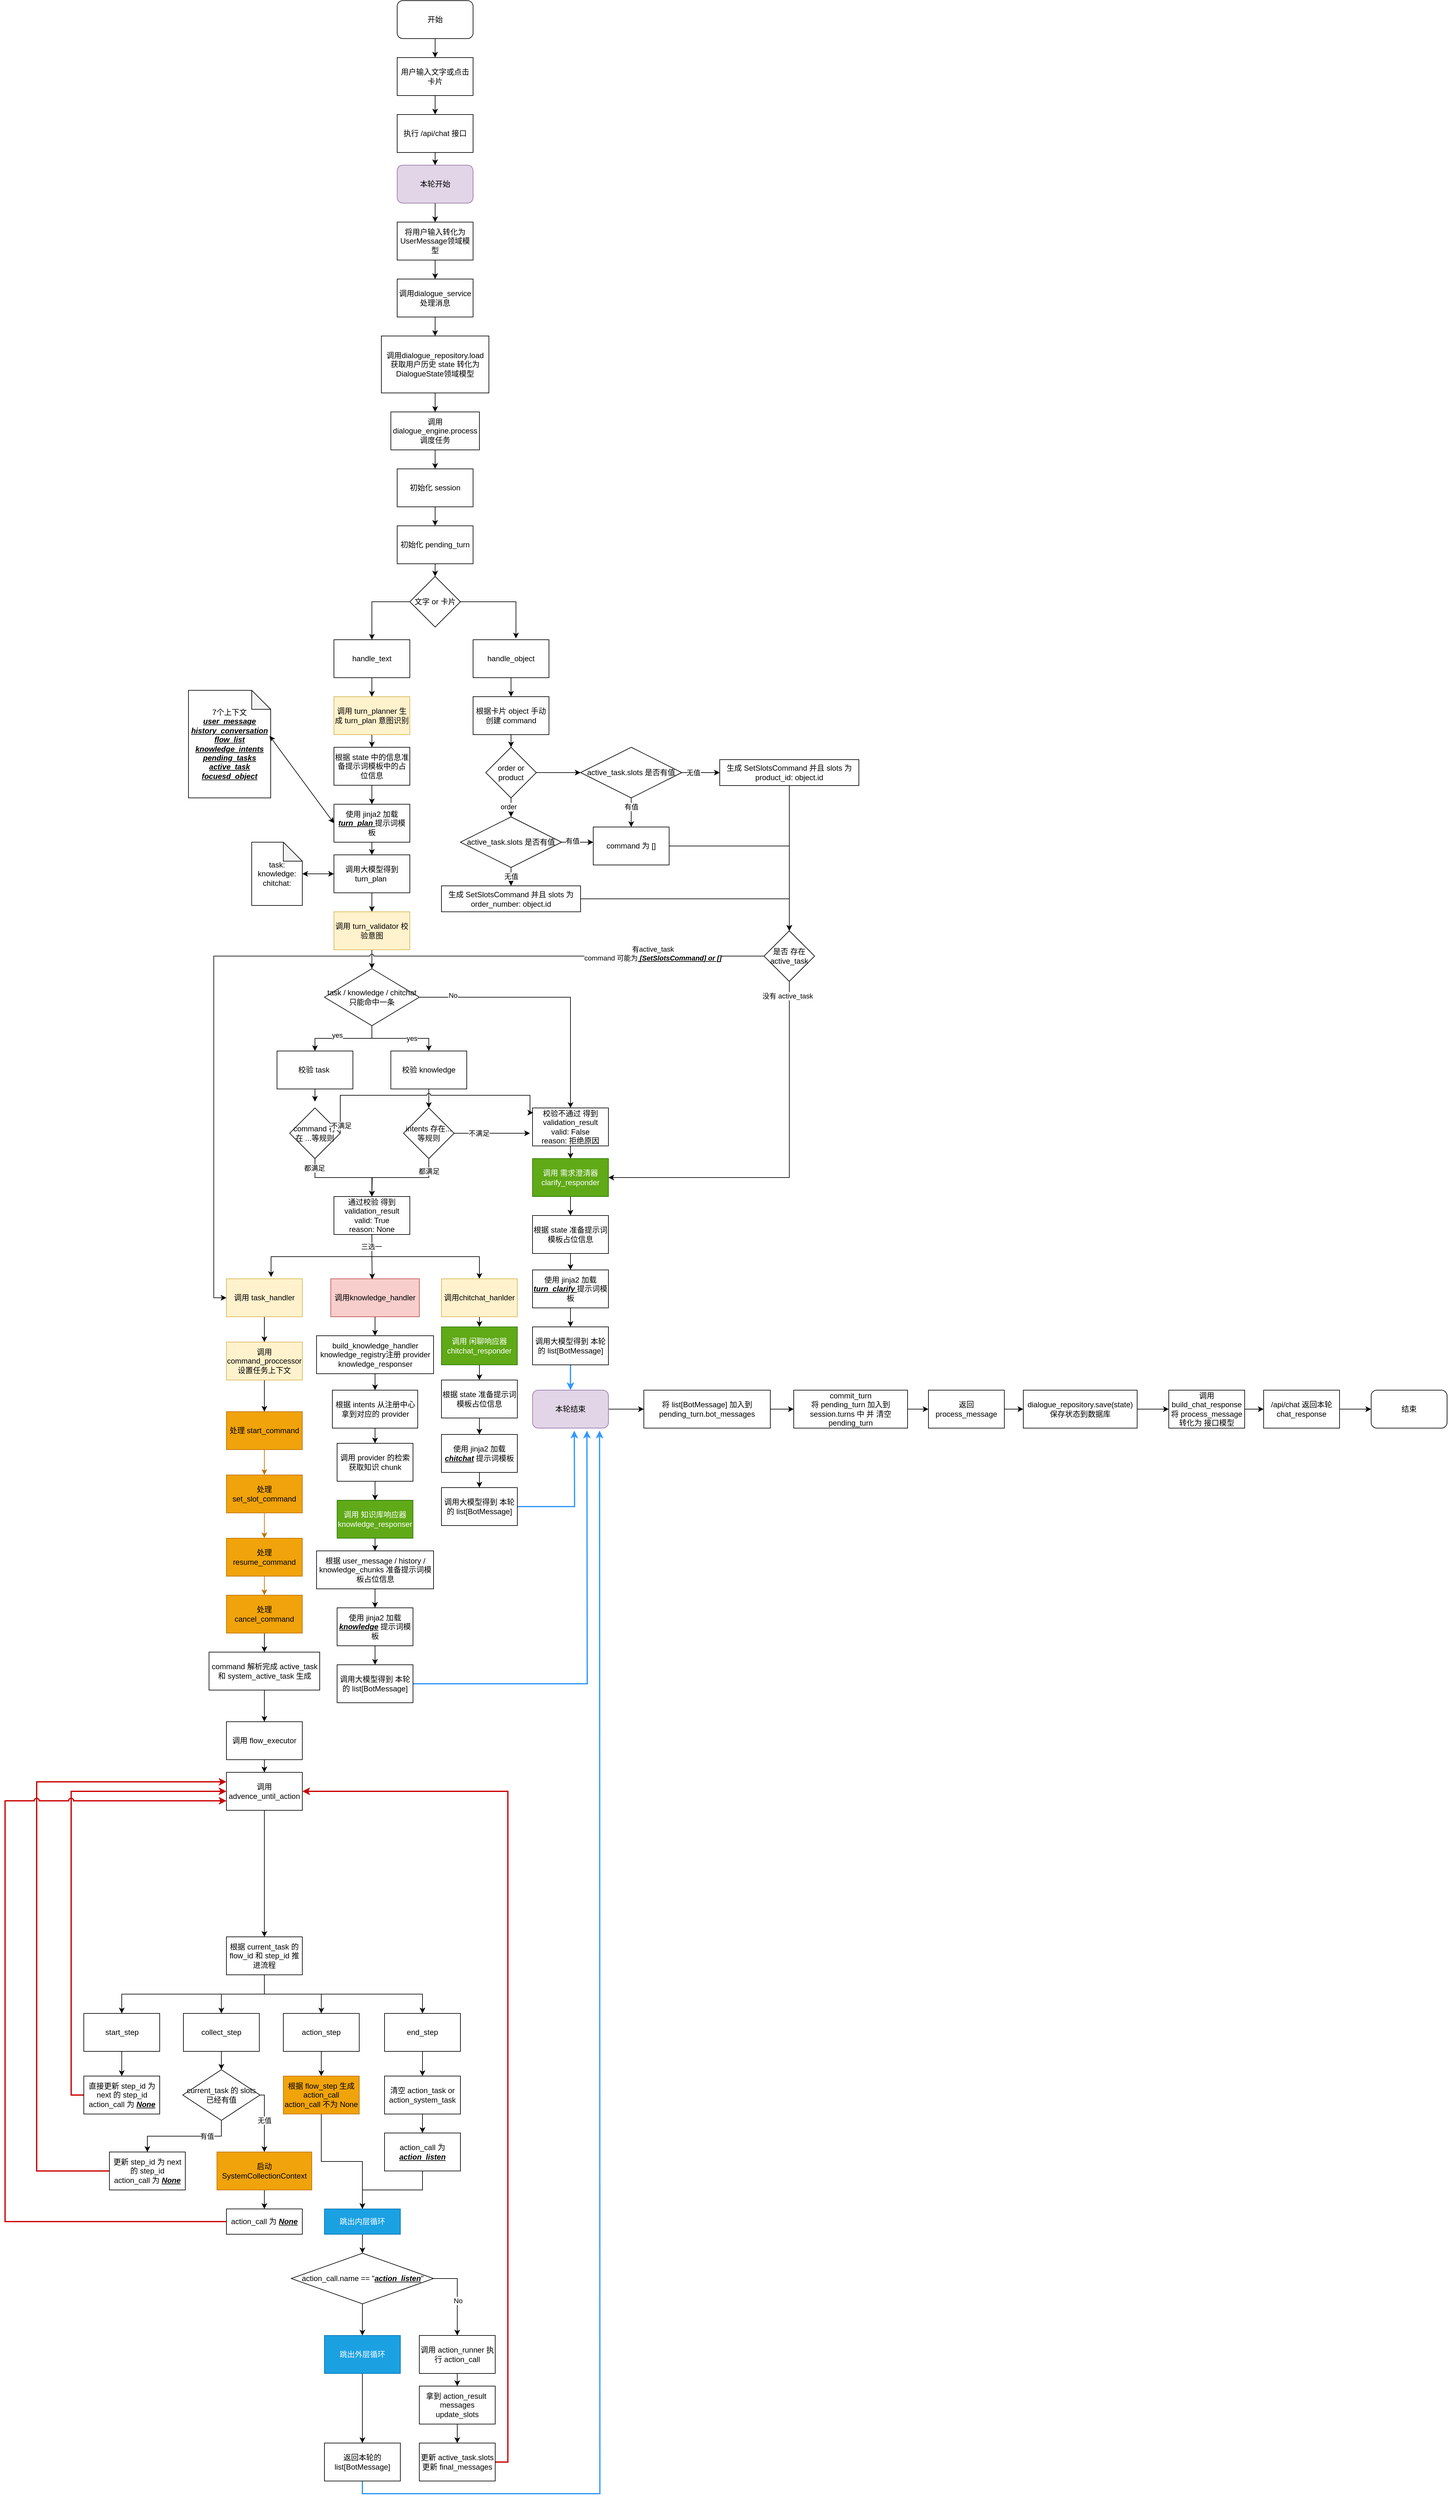
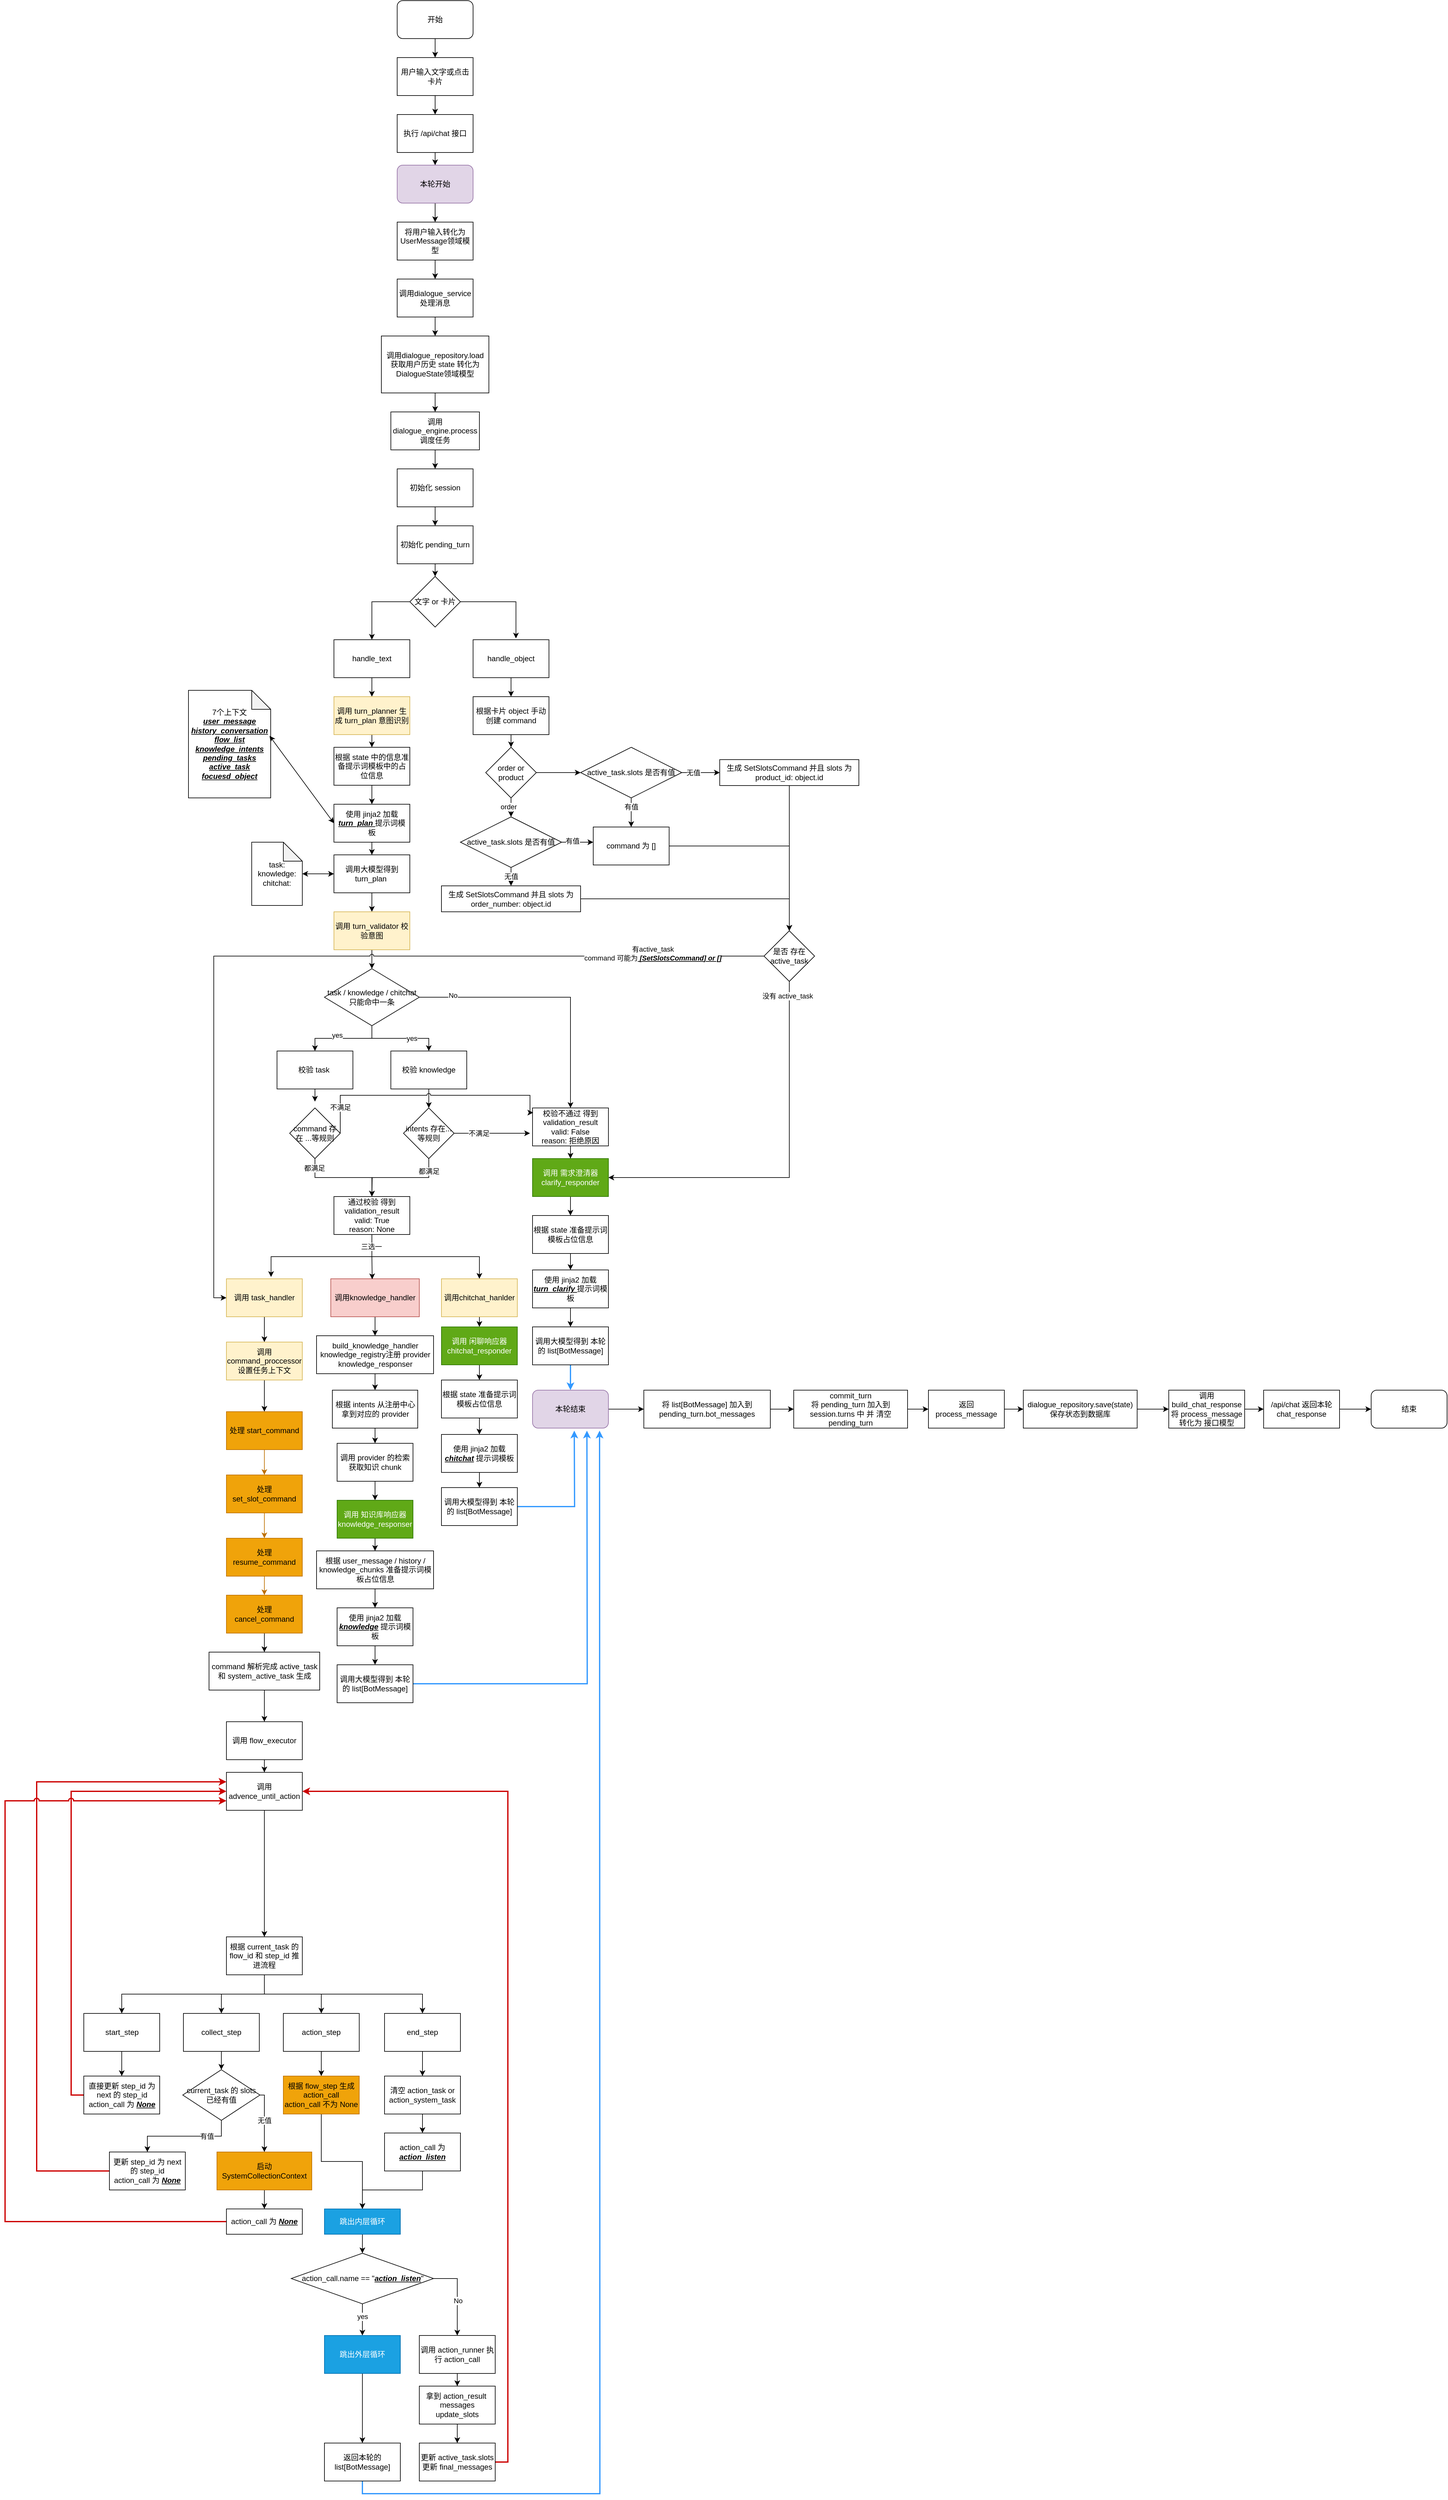
<mxfile host="app.diagrams.net">
  <diagram name="第 1 页" id="eSxZCCJ2wsPQDKWHxVLS">
-     <mxGraphModel dx="2191" dy="2063" grid="1" gridSize="10" guides="1" tooltips="1" connect="1" arrows="1" fold="1" page="1" pageScale="1" pageWidth="827" pageHeight="1169" math="0" shadow="0">
+     <mxGraphModel dx="2776" dy="2446" grid="1" gridSize="10" guides="1" tooltips="1" connect="1" arrows="1" fold="1" page="1" pageScale="1" pageWidth="827" pageHeight="1169" math="0" shadow="0">
      <root>
        <mxCell id="0" />
        <mxCell id="1" parent="0" />
        <mxCell id="_xZ0bWRyeWFBwizhGVfw-3" edge="1" parent="1" source="_xZ0bWRyeWFBwizhGVfw-1" style="edgeStyle=orthogonalEdgeStyle;rounded=0;orthogonalLoop=1;jettySize=auto;html=1;" target="_xZ0bWRyeWFBwizhGVfw-2" value="">
          <mxGeometry relative="1" as="geometry" />
        </mxCell>
        <mxCell id="_xZ0bWRyeWFBwizhGVfw-1" parent="1" style="rounded=0;whiteSpace=wrap;html=1;" value="用户输入文字或点击卡片" vertex="1">
          <mxGeometry height="60" width="120" x="200" y="-40" as="geometry" />
        </mxCell>
        <mxCell id="_xZ0bWRyeWFBwizhGVfw-144" edge="1" parent="1" source="_xZ0bWRyeWFBwizhGVfw-2" style="edgeStyle=orthogonalEdgeStyle;rounded=0;orthogonalLoop=1;jettySize=auto;html=1;" target="_xZ0bWRyeWFBwizhGVfw-143" value="">
          <mxGeometry relative="1" as="geometry" />
        </mxCell>
        <mxCell id="_xZ0bWRyeWFBwizhGVfw-2" parent="1" style="rounded=0;whiteSpace=wrap;html=1;" value="执行 /api/chat 接口" vertex="1">
          <mxGeometry height="60" width="120" x="200" y="50" as="geometry" />
        </mxCell>
        <mxCell id="_xZ0bWRyeWFBwizhGVfw-7" edge="1" parent="1" source="_xZ0bWRyeWFBwizhGVfw-4" style="edgeStyle=orthogonalEdgeStyle;rounded=0;orthogonalLoop=1;jettySize=auto;html=1;" target="_xZ0bWRyeWFBwizhGVfw-6" value="">
          <mxGeometry relative="1" as="geometry" />
        </mxCell>
        <mxCell id="_xZ0bWRyeWFBwizhGVfw-4" parent="1" style="rounded=0;whiteSpace=wrap;html=1;" value="将用户输入转化为UserMessage领域模型" vertex="1">
          <mxGeometry height="60" width="120" x="200" y="220" as="geometry" />
        </mxCell>
        <mxCell id="_xZ0bWRyeWFBwizhGVfw-9" edge="1" parent="1" source="_xZ0bWRyeWFBwizhGVfw-6" style="edgeStyle=orthogonalEdgeStyle;rounded=0;orthogonalLoop=1;jettySize=auto;html=1;" target="_xZ0bWRyeWFBwizhGVfw-8" value="">
          <mxGeometry relative="1" as="geometry" />
        </mxCell>
        <mxCell id="_xZ0bWRyeWFBwizhGVfw-6" parent="1" style="rounded=0;whiteSpace=wrap;html=1;" value="调用dialogue_service处理消息" vertex="1">
          <mxGeometry height="60" width="120" x="200" y="310" as="geometry" />
        </mxCell>
        <mxCell id="_xZ0bWRyeWFBwizhGVfw-12" edge="1" parent="1" source="_xZ0bWRyeWFBwizhGVfw-8" style="edgeStyle=orthogonalEdgeStyle;rounded=0;orthogonalLoop=1;jettySize=auto;html=1;" target="_xZ0bWRyeWFBwizhGVfw-11" value="">
          <mxGeometry relative="1" as="geometry" />
        </mxCell>
        <mxCell id="_xZ0bWRyeWFBwizhGVfw-8" parent="1" style="rounded=0;whiteSpace=wrap;html=1;" value="调用dialogue_repository.load 获取用户历史 state 转化为DialogueState领域模型" vertex="1">
          <mxGeometry height="90" width="170" x="175" y="400" as="geometry" />
        </mxCell>
        <mxCell id="_xZ0bWRyeWFBwizhGVfw-14" edge="1" parent="1" source="_xZ0bWRyeWFBwizhGVfw-11" style="edgeStyle=orthogonalEdgeStyle;rounded=0;orthogonalLoop=1;jettySize=auto;html=1;" target="_xZ0bWRyeWFBwizhGVfw-13" value="">
          <mxGeometry relative="1" as="geometry" />
        </mxCell>
        <mxCell id="_xZ0bWRyeWFBwizhGVfw-11" parent="1" style="whiteSpace=wrap;html=1;rounded=0;" value="调用dialogue_engine.process调度任务" vertex="1">
          <mxGeometry height="60" width="140" x="190" y="520" as="geometry" />
        </mxCell>
        <mxCell id="_xZ0bWRyeWFBwizhGVfw-16" edge="1" parent="1" source="_xZ0bWRyeWFBwizhGVfw-13" style="edgeStyle=orthogonalEdgeStyle;rounded=0;orthogonalLoop=1;jettySize=auto;html=1;" target="_xZ0bWRyeWFBwizhGVfw-15" value="">
          <mxGeometry relative="1" as="geometry" />
        </mxCell>
        <mxCell id="_xZ0bWRyeWFBwizhGVfw-13" parent="1" style="rounded=0;whiteSpace=wrap;html=1;" value="初始化 session" vertex="1">
          <mxGeometry height="60" width="120" x="200" y="610" as="geometry" />
        </mxCell>
        <mxCell id="_xZ0bWRyeWFBwizhGVfw-19" edge="1" parent="1" source="_xZ0bWRyeWFBwizhGVfw-15" style="edgeStyle=orthogonalEdgeStyle;rounded=0;orthogonalLoop=1;jettySize=auto;html=1;" target="_xZ0bWRyeWFBwizhGVfw-18" value="">
          <mxGeometry relative="1" as="geometry" />
        </mxCell>
        <mxCell id="_xZ0bWRyeWFBwizhGVfw-15" parent="1" style="rounded=0;whiteSpace=wrap;html=1;" value="初始化 pending_turn" vertex="1">
          <mxGeometry height="60" width="120" x="200" y="700" as="geometry" />
        </mxCell>
        <mxCell id="_xZ0bWRyeWFBwizhGVfw-22" edge="1" parent="1" source="_xZ0bWRyeWFBwizhGVfw-18" style="edgeStyle=orthogonalEdgeStyle;rounded=0;orthogonalLoop=1;jettySize=auto;html=1;exitX=0;exitY=0.5;exitDx=0;exitDy=0;entryX=0.5;entryY=0;entryDx=0;entryDy=0;" target="_xZ0bWRyeWFBwizhGVfw-20">
          <mxGeometry relative="1" as="geometry" />
        </mxCell>
        <mxCell id="_xZ0bWRyeWFBwizhGVfw-18" parent="1" style="rhombus;whiteSpace=wrap;html=1;" value="文字 or 卡片" vertex="1">
          <mxGeometry height="80" width="80" x="220" y="780" as="geometry" />
        </mxCell>
        <mxCell id="_xZ0bWRyeWFBwizhGVfw-25" edge="1" parent="1" source="_xZ0bWRyeWFBwizhGVfw-20" style="edgeStyle=orthogonalEdgeStyle;rounded=0;orthogonalLoop=1;jettySize=auto;html=1;" target="_xZ0bWRyeWFBwizhGVfw-24" value="">
          <mxGeometry relative="1" as="geometry" />
        </mxCell>
        <mxCell id="_xZ0bWRyeWFBwizhGVfw-20" parent="1" style="rounded=0;whiteSpace=wrap;html=1;" value="handle_text" vertex="1">
          <mxGeometry height="60" width="120" x="100" y="880" as="geometry" />
        </mxCell>
        <mxCell id="_xZ0bWRyeWFBwizhGVfw-233" edge="1" parent="1" source="_xZ0bWRyeWFBwizhGVfw-21" style="edgeStyle=orthogonalEdgeStyle;rounded=0;orthogonalLoop=1;jettySize=auto;html=1;" target="_xZ0bWRyeWFBwizhGVfw-221" value="">
          <mxGeometry relative="1" as="geometry" />
        </mxCell>
        <mxCell id="_xZ0bWRyeWFBwizhGVfw-21" parent="1" style="rounded=0;whiteSpace=wrap;html=1;" value="handle_object" vertex="1">
          <mxGeometry height="60" width="120" x="320" y="880" as="geometry" />
        </mxCell>
        <mxCell id="_xZ0bWRyeWFBwizhGVfw-23" edge="1" parent="1" source="_xZ0bWRyeWFBwizhGVfw-18" style="edgeStyle=orthogonalEdgeStyle;rounded=0;orthogonalLoop=1;jettySize=auto;html=1;exitX=1;exitY=0.5;exitDx=0;exitDy=0;entryX=0.565;entryY=-0.033;entryDx=0;entryDy=0;entryPerimeter=0;" target="_xZ0bWRyeWFBwizhGVfw-21">
          <mxGeometry relative="1" as="geometry" />
        </mxCell>
        <mxCell id="_xZ0bWRyeWFBwizhGVfw-27" edge="1" parent="1" source="_xZ0bWRyeWFBwizhGVfw-24" style="edgeStyle=orthogonalEdgeStyle;rounded=0;orthogonalLoop=1;jettySize=auto;html=1;" target="_xZ0bWRyeWFBwizhGVfw-26" value="">
          <mxGeometry relative="1" as="geometry" />
        </mxCell>
        <mxCell id="_xZ0bWRyeWFBwizhGVfw-24" parent="1" style="rounded=0;whiteSpace=wrap;html=1;fillColor=#fff2cc;strokeColor=#d6b656;" value="调用 turn_planner 生成 turn_plan 意图识别" vertex="1">
          <mxGeometry height="60" width="120" x="100" y="970" as="geometry" />
        </mxCell>
        <mxCell id="_xZ0bWRyeWFBwizhGVfw-29" edge="1" parent="1" source="_xZ0bWRyeWFBwizhGVfw-26" style="edgeStyle=orthogonalEdgeStyle;rounded=0;orthogonalLoop=1;jettySize=auto;html=1;" target="_xZ0bWRyeWFBwizhGVfw-28" value="">
          <mxGeometry relative="1" as="geometry" />
        </mxCell>
        <mxCell id="_xZ0bWRyeWFBwizhGVfw-26" parent="1" style="rounded=0;whiteSpace=wrap;html=1;" value="根据 state 中的信息准备提示词模板中的占位信息" vertex="1">
          <mxGeometry height="60" width="120" x="100" y="1050" as="geometry" />
        </mxCell>
        <mxCell id="_xZ0bWRyeWFBwizhGVfw-31" edge="1" parent="1" source="_xZ0bWRyeWFBwizhGVfw-28" style="edgeStyle=orthogonalEdgeStyle;rounded=0;orthogonalLoop=1;jettySize=auto;html=1;" target="_xZ0bWRyeWFBwizhGVfw-30" value="">
          <mxGeometry relative="1" as="geometry" />
        </mxCell>
        <mxCell id="_xZ0bWRyeWFBwizhGVfw-28" parent="1" style="rounded=0;whiteSpace=wrap;html=1;" value="使用 jinja2 加载&lt;b&gt;&lt;i&gt;&lt;u&gt;&lt;font style=&quot;color: rgb(0, 0, 0);&quot;&gt;t&lt;/font&gt;&lt;font style=&quot;color: rgb(0, 0, 0);&quot;&gt;urn_plan&lt;/font&gt; &lt;/u&gt;&lt;/i&gt;&lt;/b&gt;提示词模板" vertex="1">
          <mxGeometry height="60" width="120" x="100" y="1140" as="geometry" />
        </mxCell>
        <mxCell id="_xZ0bWRyeWFBwizhGVfw-38" edge="1" parent="1" source="_xZ0bWRyeWFBwizhGVfw-30" style="edgeStyle=orthogonalEdgeStyle;rounded=0;orthogonalLoop=1;jettySize=auto;html=1;" target="_xZ0bWRyeWFBwizhGVfw-37" value="">
          <mxGeometry relative="1" as="geometry" />
        </mxCell>
        <mxCell id="_xZ0bWRyeWFBwizhGVfw-30" parent="1" style="rounded=0;whiteSpace=wrap;html=1;" value="调用大模型得到 turn_plan&amp;nbsp;" vertex="1">
          <mxGeometry height="60" width="120" x="100" y="1220" as="geometry" />
        </mxCell>
        <mxCell id="_xZ0bWRyeWFBwizhGVfw-32" parent="1" style="shape=note;whiteSpace=wrap;html=1;backgroundOutline=1;darkOpacity=0.05;" value="7个上下文&lt;br&gt;&lt;b&gt;&lt;i&gt;&lt;u&gt;user_message&lt;/u&gt;&lt;/i&gt;&lt;/b&gt;&lt;div&gt;&lt;i&gt;&lt;u&gt;&lt;b&gt;history_conversation&lt;/b&gt;&lt;/u&gt;&lt;/i&gt;&lt;/div&gt;&lt;div&gt;&lt;i&gt;&lt;u&gt;&lt;b&gt;flow_list&lt;/b&gt;&lt;/u&gt;&lt;/i&gt;&lt;/div&gt;&lt;div&gt;&lt;i&gt;&lt;u&gt;&lt;b&gt;knowledge_intents&lt;/b&gt;&lt;/u&gt;&lt;/i&gt;&lt;/div&gt;&lt;div&gt;&lt;b&gt;&lt;i&gt;&lt;u&gt;pending_tasks&lt;/u&gt;&lt;/i&gt;&lt;/b&gt;&lt;/div&gt;&lt;div&gt;&lt;u&gt;&lt;i&gt;&lt;b&gt;active_task&lt;/b&gt;&lt;/i&gt;&lt;/u&gt;&lt;/div&gt;&lt;div&gt;&lt;u&gt;&lt;i&gt;&lt;b&gt;focuesd_object&lt;/b&gt;&lt;/i&gt;&lt;/u&gt;&lt;/div&gt;" vertex="1">
          <mxGeometry height="170" width="130" x="-130" y="960" as="geometry" />
        </mxCell>
        <mxCell id="_xZ0bWRyeWFBwizhGVfw-33" edge="1" parent="1" source="_xZ0bWRyeWFBwizhGVfw-32" style="endArrow=classic;startArrow=classic;html=1;rounded=0;exitX=0.986;exitY=0.423;exitDx=0;exitDy=0;exitPerimeter=0;entryX=0;entryY=0.5;entryDx=0;entryDy=0;" target="_xZ0bWRyeWFBwizhGVfw-28" value="">
          <mxGeometry height="50" relative="1" width="50" as="geometry">
            <mxPoint x="150" y="1290" as="sourcePoint" />
            <mxPoint x="200" y="1240" as="targetPoint" />
          </mxGeometry>
        </mxCell>
        <mxCell id="_xZ0bWRyeWFBwizhGVfw-35" parent="1" style="shape=note;whiteSpace=wrap;html=1;backgroundOutline=1;darkOpacity=0.05;" value="task:&lt;div&gt;knowledge:&lt;/div&gt;&lt;div&gt;chitchat:&lt;/div&gt;" vertex="1">
          <mxGeometry height="100" width="80" x="-30" y="1200" as="geometry" />
        </mxCell>
        <mxCell id="_xZ0bWRyeWFBwizhGVfw-36" edge="1" parent="1" source="_xZ0bWRyeWFBwizhGVfw-35" style="endArrow=classic;startArrow=classic;html=1;rounded=0;entryX=0;entryY=0.5;entryDx=0;entryDy=0;exitX=1;exitY=0.5;exitDx=0;exitDy=0;exitPerimeter=0;" target="_xZ0bWRyeWFBwizhGVfw-30" value="">
          <mxGeometry height="50" relative="1" width="50" as="geometry">
            <mxPoint x="10" y="1260" as="sourcePoint" />
            <mxPoint x="60" y="1210" as="targetPoint" />
          </mxGeometry>
        </mxCell>
        <mxCell id="_xZ0bWRyeWFBwizhGVfw-41" edge="1" parent="1" source="_xZ0bWRyeWFBwizhGVfw-37" style="edgeStyle=orthogonalEdgeStyle;rounded=0;orthogonalLoop=1;jettySize=auto;html=1;" target="_xZ0bWRyeWFBwizhGVfw-40" value="">
          <mxGeometry relative="1" as="geometry" />
        </mxCell>
        <mxCell id="_xZ0bWRyeWFBwizhGVfw-37" parent="1" style="rounded=0;whiteSpace=wrap;html=1;fillColor=#fff2cc;strokeColor=#d6b656;" value="调用 turn_validator 校验意图" vertex="1">
          <mxGeometry height="60" width="120" x="100" y="1310" as="geometry" />
        </mxCell>
        <mxCell id="_xZ0bWRyeWFBwizhGVfw-43" edge="1" parent="1" source="_xZ0bWRyeWFBwizhGVfw-40" style="edgeStyle=orthogonalEdgeStyle;rounded=0;orthogonalLoop=1;jettySize=auto;html=1;" target="_xZ0bWRyeWFBwizhGVfw-42" value="">
          <mxGeometry relative="1" as="geometry" />
        </mxCell>
        <mxCell id="_xZ0bWRyeWFBwizhGVfw-44" connectable="0" parent="_xZ0bWRyeWFBwizhGVfw-43" style="edgeLabel;html=1;align=center;verticalAlign=middle;resizable=0;points=[];" value="yes" vertex="1">
          <mxGeometry relative="1" x="0.1709" y="-1" as="geometry">
            <mxPoint x="1" y="-4" as="offset" />
          </mxGeometry>
        </mxCell>
        <mxCell id="_xZ0bWRyeWFBwizhGVfw-50" edge="1" parent="1" source="_xZ0bWRyeWFBwizhGVfw-40" style="edgeStyle=orthogonalEdgeStyle;rounded=0;orthogonalLoop=1;jettySize=auto;html=1;exitX=0.5;exitY=1;exitDx=0;exitDy=0;entryX=0.5;entryY=0;entryDx=0;entryDy=0;" target="_xZ0bWRyeWFBwizhGVfw-49">
          <mxGeometry relative="1" as="geometry" />
        </mxCell>
        <mxCell id="_xZ0bWRyeWFBwizhGVfw-51" connectable="0" parent="_xZ0bWRyeWFBwizhGVfw-50" style="edgeLabel;html=1;align=center;verticalAlign=middle;resizable=0;points=[];" value="yes" vertex="1">
          <mxGeometry relative="1" x="0.2671" as="geometry">
            <mxPoint as="offset" />
          </mxGeometry>
        </mxCell>
        <mxCell id="_xZ0bWRyeWFBwizhGVfw-60" edge="1" parent="1" source="_xZ0bWRyeWFBwizhGVfw-40" style="edgeStyle=orthogonalEdgeStyle;rounded=0;orthogonalLoop=1;jettySize=auto;html=1;exitX=1;exitY=0.5;exitDx=0;exitDy=0;entryX=0.5;entryY=0;entryDx=0;entryDy=0;" target="_xZ0bWRyeWFBwizhGVfw-59">
          <mxGeometry relative="1" as="geometry" />
        </mxCell>
        <mxCell id="_xZ0bWRyeWFBwizhGVfw-115" connectable="0" parent="_xZ0bWRyeWFBwizhGVfw-60" style="edgeLabel;html=1;align=center;verticalAlign=middle;resizable=0;points=[];" value="No" vertex="1">
          <mxGeometry relative="1" x="-0.7474" y="3" as="geometry">
            <mxPoint as="offset" />
          </mxGeometry>
        </mxCell>
        <mxCell id="_xZ0bWRyeWFBwizhGVfw-40" parent="1" style="rhombus;whiteSpace=wrap;html=1;" value="task / knowledge / chitchat 只能命中一条" vertex="1">
          <mxGeometry height="90" width="150" x="85" y="1400" as="geometry" />
        </mxCell>
        <mxCell id="_xZ0bWRyeWFBwizhGVfw-46" edge="1" parent="1" source="_xZ0bWRyeWFBwizhGVfw-42" style="edgeStyle=orthogonalEdgeStyle;rounded=0;orthogonalLoop=1;jettySize=auto;html=1;" value="">
          <mxGeometry relative="1" as="geometry">
            <mxPoint x="70" y="1610" as="targetPoint" />
          </mxGeometry>
        </mxCell>
        <mxCell id="_xZ0bWRyeWFBwizhGVfw-42" parent="1" style="rounded=0;whiteSpace=wrap;html=1;" value="校验 task&amp;nbsp;" vertex="1">
          <mxGeometry height="60" width="120" x="10" y="1530" as="geometry" />
        </mxCell>
        <mxCell id="_xZ0bWRyeWFBwizhGVfw-55" edge="1" parent="1" source="_xZ0bWRyeWFBwizhGVfw-45" style="edgeStyle=orthogonalEdgeStyle;rounded=0;orthogonalLoop=1;jettySize=auto;html=1;exitX=0.5;exitY=1;exitDx=0;exitDy=0;entryX=0.5;entryY=0;entryDx=0;entryDy=0;" target="_xZ0bWRyeWFBwizhGVfw-54">
          <mxGeometry relative="1" as="geometry" />
        </mxCell>
        <mxCell id="_xZ0bWRyeWFBwizhGVfw-57" connectable="0" parent="_xZ0bWRyeWFBwizhGVfw-55" style="edgeLabel;html=1;align=center;verticalAlign=middle;resizable=0;points=[];" value="都满足" vertex="1">
          <mxGeometry relative="1" x="-0.8004" y="-1" as="geometry">
            <mxPoint as="offset" />
          </mxGeometry>
        </mxCell>
        <mxCell id="_xZ0bWRyeWFBwizhGVfw-45" parent="1" style="rhombus;whiteSpace=wrap;html=1;" value="command 存在 ...等规则" vertex="1">
          <mxGeometry height="80" width="80" x="30" y="1620" as="geometry" />
        </mxCell>
        <mxCell id="_xZ0bWRyeWFBwizhGVfw-53" edge="1" parent="1" source="_xZ0bWRyeWFBwizhGVfw-49" style="edgeStyle=orthogonalEdgeStyle;rounded=0;orthogonalLoop=1;jettySize=auto;html=1;" target="_xZ0bWRyeWFBwizhGVfw-52" value="">
          <mxGeometry relative="1" as="geometry" />
        </mxCell>
        <mxCell id="_xZ0bWRyeWFBwizhGVfw-49" parent="1" style="rounded=0;whiteSpace=wrap;html=1;" value="校验 knowledge" vertex="1">
          <mxGeometry height="60" width="120" x="190" y="1530" as="geometry" />
        </mxCell>
        <mxCell id="_xZ0bWRyeWFBwizhGVfw-56" edge="1" parent="1" source="_xZ0bWRyeWFBwizhGVfw-52" style="edgeStyle=orthogonalEdgeStyle;rounded=0;orthogonalLoop=1;jettySize=auto;html=1;exitX=0.5;exitY=1;exitDx=0;exitDy=0;">
          <mxGeometry relative="1" as="geometry">
            <mxPoint x="160" y="1760" as="targetPoint" />
          </mxGeometry>
        </mxCell>
        <mxCell id="_xZ0bWRyeWFBwizhGVfw-58" connectable="0" parent="_xZ0bWRyeWFBwizhGVfw-56" style="edgeLabel;html=1;align=center;verticalAlign=middle;resizable=0;points=[];" value="都满足" vertex="1">
          <mxGeometry relative="1" x="-0.8731" as="geometry">
            <mxPoint y="10" as="offset" />
          </mxGeometry>
        </mxCell>
        <mxCell id="_xZ0bWRyeWFBwizhGVfw-61" edge="1" parent="1" source="_xZ0bWRyeWFBwizhGVfw-52" style="edgeStyle=orthogonalEdgeStyle;rounded=0;orthogonalLoop=1;jettySize=auto;html=1;exitX=1;exitY=0.5;exitDx=0;exitDy=0;">
          <mxGeometry relative="1" as="geometry">
            <mxPoint x="410" y="1660" as="targetPoint" />
          </mxGeometry>
        </mxCell>
        <mxCell id="_xZ0bWRyeWFBwizhGVfw-66" connectable="0" parent="_xZ0bWRyeWFBwizhGVfw-61" style="edgeLabel;html=1;align=center;verticalAlign=middle;resizable=0;points=[];" value="不满足" vertex="1">
          <mxGeometry relative="1" x="-0.3596" as="geometry">
            <mxPoint as="offset" />
          </mxGeometry>
        </mxCell>
        <mxCell id="_xZ0bWRyeWFBwizhGVfw-86" edge="1" parent="1" source="_xZ0bWRyeWFBwizhGVfw-54" style="edgeStyle=orthogonalEdgeStyle;rounded=0;orthogonalLoop=1;jettySize=auto;html=1;exitX=0.5;exitY=1;exitDx=0;exitDy=0;entryX=0.5;entryY=0;entryDx=0;entryDy=0;" target="_xZ0bWRyeWFBwizhGVfw-83">
          <mxGeometry relative="1" as="geometry" />
        </mxCell>
        <mxCell id="_xZ0bWRyeWFBwizhGVfw-54" parent="1" style="rounded=0;whiteSpace=wrap;html=1;" value="通过校验 得到 validation_result&lt;br&gt;valid: True&lt;br&gt;reason: None" vertex="1">
          <mxGeometry height="60" width="120" x="100" y="1760" as="geometry" />
        </mxCell>
        <mxCell id="_xZ0bWRyeWFBwizhGVfw-76" edge="1" parent="1" source="_xZ0bWRyeWFBwizhGVfw-59" style="edgeStyle=orthogonalEdgeStyle;rounded=0;orthogonalLoop=1;jettySize=auto;html=1;" target="_xZ0bWRyeWFBwizhGVfw-75" value="">
          <mxGeometry relative="1" as="geometry" />
        </mxCell>
        <mxCell id="_xZ0bWRyeWFBwizhGVfw-59" parent="1" style="rounded=0;whiteSpace=wrap;html=1;" value="校验不通过 得到 validation_result&lt;br&gt;valid: False&lt;div&gt;reason: 拒绝原因&lt;/div&gt;" vertex="1">
          <mxGeometry height="60" width="120" x="414" y="1620" as="geometry" />
        </mxCell>
        <mxCell id="_xZ0bWRyeWFBwizhGVfw-64" edge="1" parent="1" source="_xZ0bWRyeWFBwizhGVfw-45" style="edgeStyle=orthogonalEdgeStyle;rounded=0;orthogonalLoop=1;jettySize=auto;html=1;exitX=1;exitY=0.5;exitDx=0;exitDy=0;jumpStyle=arc;entryX=0.009;entryY=0.123;entryDx=0;entryDy=0;entryPerimeter=0;" target="_xZ0bWRyeWFBwizhGVfw-59" value="">
          <mxGeometry relative="1" as="geometry">
            <Array as="points">
              <mxPoint x="110" y="1600" />
              <mxPoint x="410" y="1600" />
              <mxPoint x="410" y="1627" />
            </Array>
            <mxPoint x="110" y="1640" as="sourcePoint" />
            <mxPoint x="410" y="1610" as="targetPoint" />
          </mxGeometry>
        </mxCell>
        <mxCell id="_xZ0bWRyeWFBwizhGVfw-65" connectable="0" parent="_xZ0bWRyeWFBwizhGVfw-64" style="edgeLabel;html=1;align=center;verticalAlign=middle;resizable=0;points=[];" value="不满足" vertex="1">
          <mxGeometry relative="1" x="-0.9384" y="-1" as="geometry">
-             <mxPoint as="offset" />
+             <mxPoint x="-1" y="-29" as="offset" />
          </mxGeometry>
        </mxCell>
        <mxCell id="_xZ0bWRyeWFBwizhGVfw-52" parent="1" style="rhombus;whiteSpace=wrap;html=1;" value="intents 存在...等规则" vertex="1">
          <mxGeometry height="80" width="80" x="210" y="1620" as="geometry" />
        </mxCell>
        <mxCell id="_xZ0bWRyeWFBwizhGVfw-70" edge="1" parent="1" source="_xZ0bWRyeWFBwizhGVfw-67" style="edgeStyle=orthogonalEdgeStyle;rounded=0;orthogonalLoop=1;jettySize=auto;html=1;" target="_xZ0bWRyeWFBwizhGVfw-69" value="">
          <mxGeometry relative="1" as="geometry" />
        </mxCell>
        <mxCell id="_xZ0bWRyeWFBwizhGVfw-67" parent="1" style="rounded=0;whiteSpace=wrap;html=1;" value="根据 state 准备提示词模板占位信息" vertex="1">
          <mxGeometry height="60" width="120" x="414" y="1790" as="geometry" />
        </mxCell>
        <mxCell id="_xZ0bWRyeWFBwizhGVfw-72" edge="1" parent="1" source="_xZ0bWRyeWFBwizhGVfw-69" style="edgeStyle=orthogonalEdgeStyle;rounded=0;orthogonalLoop=1;jettySize=auto;html=1;" target="_xZ0bWRyeWFBwizhGVfw-71" value="">
          <mxGeometry relative="1" as="geometry" />
        </mxCell>
        <mxCell id="_xZ0bWRyeWFBwizhGVfw-69" parent="1" style="rounded=0;whiteSpace=wrap;html=1;" value="使用 jinja2 加载 &lt;b&gt;&lt;u&gt;&lt;i&gt;turn_clarify &lt;/i&gt;&lt;/u&gt;&lt;/b&gt;提示词模板" vertex="1">
          <mxGeometry height="60" width="120" x="414" y="1876" as="geometry" />
        </mxCell>
        <mxCell id="_xZ0bWRyeWFBwizhGVfw-74" edge="1" parent="1" source="_xZ0bWRyeWFBwizhGVfw-71" style="edgeStyle=orthogonalEdgeStyle;rounded=0;orthogonalLoop=1;jettySize=auto;html=1;strokeWidth=2;strokeColor=#3399FF;" target="_xZ0bWRyeWFBwizhGVfw-73" value="">
          <mxGeometry relative="1" as="geometry" />
        </mxCell>
        <mxCell id="_xZ0bWRyeWFBwizhGVfw-71" parent="1" style="whiteSpace=wrap;html=1;rounded=0;" value="调用大模型得到 本轮的 list[BotMessage]" vertex="1">
          <mxGeometry height="60" width="120" x="414" y="1966" as="geometry" />
        </mxCell>
        <mxCell id="_xZ0bWRyeWFBwizhGVfw-224" edge="1" parent="1" source="_xZ0bWRyeWFBwizhGVfw-73" style="edgeStyle=orthogonalEdgeStyle;rounded=0;orthogonalLoop=1;jettySize=auto;html=1;exitX=1;exitY=0.5;exitDx=0;exitDy=0;entryX=0;entryY=0.5;entryDx=0;entryDy=0;" target="_xZ0bWRyeWFBwizhGVfw-223">
          <mxGeometry relative="1" as="geometry" />
        </mxCell>
        <mxCell id="_xZ0bWRyeWFBwizhGVfw-73" parent="1" style="rounded=1;whiteSpace=wrap;html=1;fillColor=#e1d5e7;strokeColor=#9673a6;" value="本轮结束" vertex="1">
          <mxGeometry height="60" width="120" x="414" y="2066" as="geometry" />
        </mxCell>
        <mxCell id="_xZ0bWRyeWFBwizhGVfw-80" edge="1" parent="1" source="_xZ0bWRyeWFBwizhGVfw-75" style="edgeStyle=orthogonalEdgeStyle;rounded=0;orthogonalLoop=1;jettySize=auto;html=1;exitX=0.5;exitY=1;exitDx=0;exitDy=0;entryX=0.5;entryY=0;entryDx=0;entryDy=0;" target="_xZ0bWRyeWFBwizhGVfw-67">
          <mxGeometry relative="1" as="geometry" />
        </mxCell>
        <mxCell id="_xZ0bWRyeWFBwizhGVfw-75" parent="1" style="rounded=0;whiteSpace=wrap;html=1;fillColor=#60a917;strokeColor=#2D7600;fontColor=#ffffff;" value="调用 需求澄清器 clarify_responder" vertex="1">
          <mxGeometry height="60" width="120" x="414" y="1700" as="geometry" />
        </mxCell>
        <mxCell id="_xZ0bWRyeWFBwizhGVfw-117" edge="1" parent="1" source="_xZ0bWRyeWFBwizhGVfw-81" style="edgeStyle=orthogonalEdgeStyle;rounded=0;orthogonalLoop=1;jettySize=auto;html=1;" target="_xZ0bWRyeWFBwizhGVfw-116" value="">
          <mxGeometry relative="1" as="geometry" />
        </mxCell>
        <mxCell id="_xZ0bWRyeWFBwizhGVfw-81" parent="1" style="rounded=0;whiteSpace=wrap;html=1;fillColor=#fff2cc;strokeColor=#d6b656;" value="调用 task_handler" vertex="1">
          <mxGeometry height="60" width="120" x="-70" y="1890" as="geometry" />
        </mxCell>
        <mxCell id="_xZ0bWRyeWFBwizhGVfw-99" edge="1" parent="1" source="_xZ0bWRyeWFBwizhGVfw-82" style="edgeStyle=orthogonalEdgeStyle;rounded=0;orthogonalLoop=1;jettySize=auto;html=1;" target="_xZ0bWRyeWFBwizhGVfw-98" value="">
          <mxGeometry relative="1" as="geometry" />
        </mxCell>
        <mxCell id="_xZ0bWRyeWFBwizhGVfw-82" parent="1" style="rounded=0;whiteSpace=wrap;html=1;fillColor=#f8cecc;strokeColor=#b85450;" value="调用knowledge_handler" vertex="1">
          <mxGeometry height="60" width="140" x="95" y="1890" as="geometry" />
        </mxCell>
        <mxCell id="_xZ0bWRyeWFBwizhGVfw-96" edge="1" parent="1" source="_xZ0bWRyeWFBwizhGVfw-83" style="edgeStyle=orthogonalEdgeStyle;rounded=0;orthogonalLoop=1;jettySize=auto;html=1;exitX=0.5;exitY=1;exitDx=0;exitDy=0;entryX=0.5;entryY=0;entryDx=0;entryDy=0;" target="_xZ0bWRyeWFBwizhGVfw-95">
          <mxGeometry relative="1" as="geometry" />
        </mxCell>
        <mxCell id="_xZ0bWRyeWFBwizhGVfw-83" parent="1" style="rounded=0;whiteSpace=wrap;html=1;fillColor=#fff2cc;strokeColor=#d6b656;" value="调用chitchat_hanlder" vertex="1">
          <mxGeometry height="60" width="120" x="270" y="1890" as="geometry" />
        </mxCell>
        <mxCell id="_xZ0bWRyeWFBwizhGVfw-84" edge="1" parent="1" source="_xZ0bWRyeWFBwizhGVfw-54" style="edgeStyle=orthogonalEdgeStyle;rounded=0;orthogonalLoop=1;jettySize=auto;html=1;exitX=0.5;exitY=1;exitDx=0;exitDy=0;entryX=0.588;entryY=-0.048;entryDx=0;entryDy=0;entryPerimeter=0;" target="_xZ0bWRyeWFBwizhGVfw-81">
          <mxGeometry relative="1" as="geometry" />
        </mxCell>
        <mxCell id="_xZ0bWRyeWFBwizhGVfw-85" edge="1" parent="1" source="_xZ0bWRyeWFBwizhGVfw-54" style="edgeStyle=orthogonalEdgeStyle;rounded=0;orthogonalLoop=1;jettySize=auto;html=1;exitX=0.5;exitY=1;exitDx=0;exitDy=0;entryX=0.468;entryY=0.012;entryDx=0;entryDy=0;entryPerimeter=0;" target="_xZ0bWRyeWFBwizhGVfw-82">
          <mxGeometry relative="1" as="geometry" />
        </mxCell>
        <mxCell id="_xZ0bWRyeWFBwizhGVfw-87" connectable="0" parent="_xZ0bWRyeWFBwizhGVfw-85" style="edgeLabel;html=1;align=center;verticalAlign=middle;resizable=0;points=[];" value="三选一" vertex="1">
          <mxGeometry relative="1" x="-0.4604" y="-1" as="geometry">
            <mxPoint as="offset" />
          </mxGeometry>
        </mxCell>
        <mxCell id="_xZ0bWRyeWFBwizhGVfw-91" edge="1" parent="1" source="_xZ0bWRyeWFBwizhGVfw-88" style="edgeStyle=orthogonalEdgeStyle;rounded=0;orthogonalLoop=1;jettySize=auto;html=1;exitX=0.5;exitY=1;exitDx=0;exitDy=0;entryX=0.5;entryY=0;entryDx=0;entryDy=0;" target="_xZ0bWRyeWFBwizhGVfw-90">
          <mxGeometry relative="1" as="geometry" />
        </mxCell>
        <mxCell id="_xZ0bWRyeWFBwizhGVfw-88" parent="1" style="whiteSpace=wrap;html=1;rounded=0;" value="根据 state 准备提示词模板占位信息" vertex="1">
          <mxGeometry height="60" width="120" x="270" y="2050" as="geometry" />
        </mxCell>
        <mxCell id="_xZ0bWRyeWFBwizhGVfw-93" edge="1" parent="1" source="_xZ0bWRyeWFBwizhGVfw-90" style="edgeStyle=orthogonalEdgeStyle;rounded=0;orthogonalLoop=1;jettySize=auto;html=1;exitX=0.5;exitY=1;exitDx=0;exitDy=0;entryX=0.5;entryY=0;entryDx=0;entryDy=0;" target="_xZ0bWRyeWFBwizhGVfw-92">
          <mxGeometry relative="1" as="geometry" />
        </mxCell>
        <mxCell id="_xZ0bWRyeWFBwizhGVfw-90" parent="1" style="rounded=0;whiteSpace=wrap;html=1;" value="使用 jinja2 加载 &lt;b&gt;&lt;u&gt;&lt;i&gt;chitchat&lt;/i&gt;&lt;/u&gt;&lt;/b&gt; 提示词模板" vertex="1">
          <mxGeometry height="60" width="120" x="270" y="2136" as="geometry" />
        </mxCell>
        <mxCell id="_xZ0bWRyeWFBwizhGVfw-94" edge="1" parent="1" source="_xZ0bWRyeWFBwizhGVfw-92" style="edgeStyle=orthogonalEdgeStyle;rounded=0;orthogonalLoop=1;jettySize=auto;html=1;exitX=1;exitY=0.5;exitDx=0;exitDy=0;strokeColor=#3399FF;strokeWidth=2;">
          <mxGeometry relative="1" as="geometry">
            <mxPoint x="480" y="2130.0000000000005" as="targetPoint" />
          </mxGeometry>
        </mxCell>
        <mxCell id="_xZ0bWRyeWFBwizhGVfw-92" parent="1" style="whiteSpace=wrap;html=1;rounded=0;" value="调用大模型得到 本轮的 list[BotMessage]" vertex="1">
          <mxGeometry height="60" width="120" x="270" y="2220" as="geometry" />
        </mxCell>
        <mxCell id="_xZ0bWRyeWFBwizhGVfw-97" edge="1" parent="1" source="_xZ0bWRyeWFBwizhGVfw-95" style="edgeStyle=orthogonalEdgeStyle;rounded=0;orthogonalLoop=1;jettySize=auto;html=1;exitX=0.5;exitY=1;exitDx=0;exitDy=0;entryX=0.5;entryY=0;entryDx=0;entryDy=0;" target="_xZ0bWRyeWFBwizhGVfw-88">
          <mxGeometry relative="1" as="geometry" />
        </mxCell>
        <mxCell id="_xZ0bWRyeWFBwizhGVfw-95" parent="1" style="rounded=0;whiteSpace=wrap;html=1;fillColor=#60a917;strokeColor=#2D7600;fontColor=#ffffff;" value="调用 闲聊响应器 chitchat_responder" vertex="1">
          <mxGeometry height="60" width="120" x="270" y="1966" as="geometry" />
        </mxCell>
        <mxCell id="_xZ0bWRyeWFBwizhGVfw-101" edge="1" parent="1" source="_xZ0bWRyeWFBwizhGVfw-98" style="edgeStyle=orthogonalEdgeStyle;rounded=0;orthogonalLoop=1;jettySize=auto;html=1;" target="_xZ0bWRyeWFBwizhGVfw-100" value="">
          <mxGeometry relative="1" as="geometry" />
        </mxCell>
        <mxCell id="_xZ0bWRyeWFBwizhGVfw-98" parent="1" style="rounded=0;whiteSpace=wrap;html=1;" value="build_knowledge_handler&lt;br&gt;knowledge_registry注册 provider&lt;br&gt;knowledge_responser" vertex="1">
          <mxGeometry height="60" width="185" x="72.5" y="1980" as="geometry" />
        </mxCell>
        <mxCell id="_xZ0bWRyeWFBwizhGVfw-103" edge="1" parent="1" source="_xZ0bWRyeWFBwizhGVfw-100" style="edgeStyle=orthogonalEdgeStyle;rounded=0;orthogonalLoop=1;jettySize=auto;html=1;" target="_xZ0bWRyeWFBwizhGVfw-102" value="">
          <mxGeometry relative="1" as="geometry" />
        </mxCell>
        <mxCell id="_xZ0bWRyeWFBwizhGVfw-100" parent="1" style="rounded=0;whiteSpace=wrap;html=1;" value="根据 intents 从注册中心拿到对应的 provider" vertex="1">
          <mxGeometry height="60" width="135" x="97.5" y="2066" as="geometry" />
        </mxCell>
        <mxCell id="_xZ0bWRyeWFBwizhGVfw-105" edge="1" parent="1" source="_xZ0bWRyeWFBwizhGVfw-102" style="edgeStyle=orthogonalEdgeStyle;rounded=0;orthogonalLoop=1;jettySize=auto;html=1;" target="_xZ0bWRyeWFBwizhGVfw-104" value="">
          <mxGeometry relative="1" as="geometry" />
        </mxCell>
        <mxCell id="_xZ0bWRyeWFBwizhGVfw-102" parent="1" style="rounded=0;whiteSpace=wrap;html=1;" value="调用 provider 的检索获取知识 chunk" vertex="1">
          <mxGeometry height="60" width="120" x="105" y="2150" as="geometry" />
        </mxCell>
        <mxCell id="_xZ0bWRyeWFBwizhGVfw-109" edge="1" parent="1" source="_xZ0bWRyeWFBwizhGVfw-104" style="edgeStyle=orthogonalEdgeStyle;rounded=0;orthogonalLoop=1;jettySize=auto;html=1;" target="_xZ0bWRyeWFBwizhGVfw-106" value="">
          <mxGeometry relative="1" as="geometry" />
        </mxCell>
        <mxCell id="_xZ0bWRyeWFBwizhGVfw-104" parent="1" style="rounded=0;whiteSpace=wrap;html=1;fillColor=#60a917;strokeColor=#2D7600;fontColor=#ffffff;" value="调用 知识库响应器 knowledge_responser" vertex="1">
          <mxGeometry height="60" width="120" x="105" y="2240" as="geometry" />
        </mxCell>
        <mxCell id="_xZ0bWRyeWFBwizhGVfw-111" edge="1" parent="1" source="_xZ0bWRyeWFBwizhGVfw-106" style="edgeStyle=orthogonalEdgeStyle;rounded=0;orthogonalLoop=1;jettySize=auto;html=1;" target="_xZ0bWRyeWFBwizhGVfw-110" value="">
          <mxGeometry relative="1" as="geometry" />
        </mxCell>
        <mxCell id="_xZ0bWRyeWFBwizhGVfw-106" parent="1" style="rounded=0;whiteSpace=wrap;html=1;" value="根据 user_message / history / knowledge_chunks 准备提示词模板占位信息" vertex="1">
          <mxGeometry height="60" width="185" x="72.5" y="2320" as="geometry" />
        </mxCell>
        <mxCell id="_xZ0bWRyeWFBwizhGVfw-113" edge="1" parent="1" source="_xZ0bWRyeWFBwizhGVfw-110" style="edgeStyle=orthogonalEdgeStyle;rounded=0;orthogonalLoop=1;jettySize=auto;html=1;" target="_xZ0bWRyeWFBwizhGVfw-112" value="">
          <mxGeometry relative="1" as="geometry" />
        </mxCell>
        <mxCell id="_xZ0bWRyeWFBwizhGVfw-110" parent="1" style="rounded=0;whiteSpace=wrap;html=1;" value="使用 jinja2 加载 &lt;b&gt;&lt;u&gt;&lt;i&gt;knowledge&lt;/i&gt;&lt;/u&gt;&lt;/b&gt; 提示词模板" vertex="1">
          <mxGeometry height="60" width="120" x="105" y="2410" as="geometry" />
        </mxCell>
        <mxCell id="_xZ0bWRyeWFBwizhGVfw-114" edge="1" parent="1" source="_xZ0bWRyeWFBwizhGVfw-112" style="edgeStyle=orthogonalEdgeStyle;rounded=0;orthogonalLoop=1;jettySize=auto;html=1;exitX=1;exitY=0.5;exitDx=0;exitDy=0;strokeWidth=2;strokeColor=#3399FF;">
          <mxGeometry relative="1" as="geometry">
            <mxPoint x="500" y="2130.0000000000005" as="targetPoint" />
          </mxGeometry>
        </mxCell>
        <mxCell id="_xZ0bWRyeWFBwizhGVfw-112" parent="1" style="whiteSpace=wrap;html=1;rounded=0;" value="调用大模型得到 本轮的 list[BotMessage]" vertex="1">
          <mxGeometry height="60" width="120" x="105" y="2500" as="geometry" />
        </mxCell>
        <mxCell id="_xZ0bWRyeWFBwizhGVfw-124" edge="1" parent="1" source="_xZ0bWRyeWFBwizhGVfw-116" style="edgeStyle=orthogonalEdgeStyle;rounded=0;orthogonalLoop=1;jettySize=auto;html=1;" target="_xZ0bWRyeWFBwizhGVfw-118" value="">
          <mxGeometry relative="1" as="geometry" />
        </mxCell>
        <mxCell id="_xZ0bWRyeWFBwizhGVfw-116" parent="1" style="rounded=0;whiteSpace=wrap;html=1;fillColor=#fff2cc;strokeColor=#d6b656;" value="调用 command_proccessor 设置任务上下文" vertex="1">
          <mxGeometry height="60" width="120" x="-70" y="1990" as="geometry" />
        </mxCell>
        <mxCell id="_xZ0bWRyeWFBwizhGVfw-125" edge="1" parent="1" source="_xZ0bWRyeWFBwizhGVfw-118" style="edgeStyle=orthogonalEdgeStyle;rounded=0;orthogonalLoop=1;jettySize=auto;html=1;fillColor=#f0a30a;strokeColor=#BD7000;" target="_xZ0bWRyeWFBwizhGVfw-119" value="">
          <mxGeometry relative="1" as="geometry" />
        </mxCell>
        <mxCell id="_xZ0bWRyeWFBwizhGVfw-118" parent="1" style="rounded=0;whiteSpace=wrap;html=1;fillColor=#f0a30a;strokeColor=#BD7000;fontColor=#000000;" value="处理 start_command" vertex="1">
          <mxGeometry height="60" width="120" x="-70" y="2100" as="geometry" />
        </mxCell>
        <mxCell id="_xZ0bWRyeWFBwizhGVfw-126" edge="1" parent="1" source="_xZ0bWRyeWFBwizhGVfw-119" style="edgeStyle=orthogonalEdgeStyle;rounded=0;orthogonalLoop=1;jettySize=auto;html=1;fillColor=#f0a30a;strokeColor=#BD7000;" target="_xZ0bWRyeWFBwizhGVfw-120" value="">
          <mxGeometry relative="1" as="geometry" />
        </mxCell>
        <mxCell id="_xZ0bWRyeWFBwizhGVfw-119" parent="1" style="rounded=0;whiteSpace=wrap;html=1;fillColor=#f0a30a;strokeColor=#BD7000;fontColor=#000000;" value="处理 set_slot_command" vertex="1">
          <mxGeometry height="60" width="120" x="-70" y="2200" as="geometry" />
        </mxCell>
        <mxCell id="_xZ0bWRyeWFBwizhGVfw-127" edge="1" parent="1" source="_xZ0bWRyeWFBwizhGVfw-120" style="edgeStyle=orthogonalEdgeStyle;rounded=0;orthogonalLoop=1;jettySize=auto;html=1;fillColor=#f0a30a;strokeColor=#BD7000;" target="_xZ0bWRyeWFBwizhGVfw-121" value="">
          <mxGeometry relative="1" as="geometry" />
        </mxCell>
        <mxCell id="_xZ0bWRyeWFBwizhGVfw-120" parent="1" style="rounded=0;whiteSpace=wrap;html=1;fillColor=#f0a30a;strokeColor=#BD7000;fontColor=#000000;" value="处理 resume_command" vertex="1">
          <mxGeometry height="60" width="120" x="-70" y="2300" as="geometry" />
        </mxCell>
        <mxCell id="_xZ0bWRyeWFBwizhGVfw-129" edge="1" parent="1" source="_xZ0bWRyeWFBwizhGVfw-121" style="edgeStyle=orthogonalEdgeStyle;rounded=0;orthogonalLoop=1;jettySize=auto;html=1;" target="_xZ0bWRyeWFBwizhGVfw-128" value="">
          <mxGeometry relative="1" as="geometry" />
        </mxCell>
        <mxCell id="_xZ0bWRyeWFBwizhGVfw-121" parent="1" style="rounded=0;whiteSpace=wrap;html=1;fillColor=#f0a30a;strokeColor=#BD7000;fontColor=#000000;" value="处理 cancel_command" vertex="1">
          <mxGeometry height="60" width="120" x="-70" y="2390" as="geometry" />
        </mxCell>
        <mxCell id="_xZ0bWRyeWFBwizhGVfw-231" edge="1" parent="1" source="_xZ0bWRyeWFBwizhGVfw-123" style="edgeStyle=orthogonalEdgeStyle;rounded=0;orthogonalLoop=1;jettySize=auto;html=1;exitX=1;exitY=0.5;exitDx=0;exitDy=0;" target="_xZ0bWRyeWFBwizhGVfw-230">
          <mxGeometry relative="1" as="geometry" />
        </mxCell>
        <mxCell id="_xZ0bWRyeWFBwizhGVfw-123" parent="1" style="rounded=0;whiteSpace=wrap;html=1;" value="dialogue_repository.save(state) 保存状态到数据库" vertex="1">
          <mxGeometry height="60" width="180" x="1190" y="2066" as="geometry" />
        </mxCell>
        <mxCell id="_xZ0bWRyeWFBwizhGVfw-131" edge="1" parent="1" source="_xZ0bWRyeWFBwizhGVfw-128" style="edgeStyle=orthogonalEdgeStyle;rounded=0;orthogonalLoop=1;jettySize=auto;html=1;" target="_xZ0bWRyeWFBwizhGVfw-130" value="">
          <mxGeometry relative="1" as="geometry" />
        </mxCell>
        <mxCell id="_xZ0bWRyeWFBwizhGVfw-128" parent="1" style="rounded=0;whiteSpace=wrap;html=1;" value="command 解析完成 active_task 和 system_active_task 生成" vertex="1">
          <mxGeometry height="60" width="175" x="-97.5" y="2480" as="geometry" />
        </mxCell>
        <mxCell id="_xZ0bWRyeWFBwizhGVfw-152" edge="1" parent="1" source="_xZ0bWRyeWFBwizhGVfw-130" style="edgeStyle=orthogonalEdgeStyle;rounded=0;orthogonalLoop=1;jettySize=auto;html=1;" target="_xZ0bWRyeWFBwizhGVfw-151" value="">
          <mxGeometry relative="1" as="geometry" />
        </mxCell>
        <mxCell id="_xZ0bWRyeWFBwizhGVfw-130" parent="1" style="rounded=0;whiteSpace=wrap;html=1;" value="调用 flow_executor" vertex="1">
          <mxGeometry height="60" width="120" x="-70" y="2590" as="geometry" />
        </mxCell>
        <mxCell id="_xZ0bWRyeWFBwizhGVfw-142" edge="1" parent="1" source="_xZ0bWRyeWFBwizhGVfw-139" style="edgeStyle=orthogonalEdgeStyle;rounded=0;orthogonalLoop=1;jettySize=auto;html=1;" target="_xZ0bWRyeWFBwizhGVfw-141" value="">
          <mxGeometry relative="1" as="geometry" />
        </mxCell>
        <mxCell id="_xZ0bWRyeWFBwizhGVfw-139" parent="1" style="rounded=0;whiteSpace=wrap;html=1;" value="/api/chat 返回本轮 chat_response" vertex="1">
          <mxGeometry height="60" width="120" x="1570" y="2066" as="geometry" />
        </mxCell>
        <mxCell id="_xZ0bWRyeWFBwizhGVfw-141" parent="1" style="rounded=1;whiteSpace=wrap;html=1;" value="结束" vertex="1">
          <mxGeometry height="60" width="120" x="1740" y="2066" as="geometry" />
        </mxCell>
        <mxCell id="_xZ0bWRyeWFBwizhGVfw-145" edge="1" parent="1" source="_xZ0bWRyeWFBwizhGVfw-143" style="edgeStyle=orthogonalEdgeStyle;rounded=0;orthogonalLoop=1;jettySize=auto;html=1;" target="_xZ0bWRyeWFBwizhGVfw-4" value="">
          <mxGeometry relative="1" as="geometry" />
        </mxCell>
        <mxCell id="_xZ0bWRyeWFBwizhGVfw-143" parent="1" style="rounded=1;whiteSpace=wrap;html=1;fillColor=#e1d5e7;strokeColor=#9673a6;" value="本轮开始" vertex="1">
          <mxGeometry height="60" width="120" x="200" y="130" as="geometry" />
        </mxCell>
        <mxCell id="_xZ0bWRyeWFBwizhGVfw-147" edge="1" parent="1" source="_xZ0bWRyeWFBwizhGVfw-146" style="edgeStyle=orthogonalEdgeStyle;rounded=0;orthogonalLoop=1;jettySize=auto;html=1;" target="_xZ0bWRyeWFBwizhGVfw-1" value="">
          <mxGeometry relative="1" as="geometry" />
        </mxCell>
        <mxCell id="_xZ0bWRyeWFBwizhGVfw-146" parent="1" style="rounded=1;whiteSpace=wrap;html=1;" value="开始" vertex="1">
          <mxGeometry height="60" width="120" x="200" y="-130" as="geometry" />
        </mxCell>
        <mxCell id="_xZ0bWRyeWFBwizhGVfw-215" edge="1" parent="1" source="_xZ0bWRyeWFBwizhGVfw-151" style="edgeStyle=orthogonalEdgeStyle;rounded=0;orthogonalLoop=1;jettySize=auto;html=1;exitX=0.5;exitY=1;exitDx=0;exitDy=0;entryX=0.5;entryY=0;entryDx=0;entryDy=0;" target="_xZ0bWRyeWFBwizhGVfw-153">
          <mxGeometry relative="1" as="geometry" />
        </mxCell>
        <mxCell id="_xZ0bWRyeWFBwizhGVfw-151" parent="1" style="rounded=0;whiteSpace=wrap;html=1;" value="调用 advence_until_action" vertex="1">
          <mxGeometry height="60" width="120" x="-70" y="2670" as="geometry" />
        </mxCell>
        <mxCell id="_xZ0bWRyeWFBwizhGVfw-160" edge="1" parent="1" source="_xZ0bWRyeWFBwizhGVfw-153" style="edgeStyle=orthogonalEdgeStyle;rounded=0;orthogonalLoop=1;jettySize=auto;html=1;exitX=0.5;exitY=1;exitDx=0;exitDy=0;" target="_xZ0bWRyeWFBwizhGVfw-154">
          <mxGeometry relative="1" as="geometry" />
        </mxCell>
        <mxCell id="_xZ0bWRyeWFBwizhGVfw-161" edge="1" parent="1" source="_xZ0bWRyeWFBwizhGVfw-153" style="edgeStyle=orthogonalEdgeStyle;rounded=0;orthogonalLoop=1;jettySize=auto;html=1;exitX=0.5;exitY=1;exitDx=0;exitDy=0;" target="_xZ0bWRyeWFBwizhGVfw-155">
          <mxGeometry relative="1" as="geometry" />
        </mxCell>
        <mxCell id="_xZ0bWRyeWFBwizhGVfw-162" edge="1" parent="1" source="_xZ0bWRyeWFBwizhGVfw-153" style="edgeStyle=orthogonalEdgeStyle;rounded=0;orthogonalLoop=1;jettySize=auto;html=1;exitX=0.5;exitY=1;exitDx=0;exitDy=0;entryX=0.5;entryY=0;entryDx=0;entryDy=0;" target="_xZ0bWRyeWFBwizhGVfw-156">
          <mxGeometry relative="1" as="geometry" />
        </mxCell>
        <mxCell id="_xZ0bWRyeWFBwizhGVfw-163" edge="1" parent="1" source="_xZ0bWRyeWFBwizhGVfw-153" style="edgeStyle=orthogonalEdgeStyle;rounded=0;orthogonalLoop=1;jettySize=auto;html=1;exitX=0.5;exitY=1;exitDx=0;exitDy=0;entryX=0.5;entryY=0;entryDx=0;entryDy=0;" target="_xZ0bWRyeWFBwizhGVfw-157">
          <mxGeometry relative="1" as="geometry" />
        </mxCell>
        <mxCell id="_xZ0bWRyeWFBwizhGVfw-153" parent="1" style="rounded=0;whiteSpace=wrap;html=1;" value="根据 current_task 的 flow_id 和 step_id 推进流程" vertex="1">
          <mxGeometry height="60" width="120" x="-70" y="2930" as="geometry" />
        </mxCell>
        <mxCell id="_xZ0bWRyeWFBwizhGVfw-159" edge="1" parent="1" source="_xZ0bWRyeWFBwizhGVfw-154" style="edgeStyle=orthogonalEdgeStyle;rounded=0;orthogonalLoop=1;jettySize=auto;html=1;" target="_xZ0bWRyeWFBwizhGVfw-158" value="">
          <mxGeometry relative="1" as="geometry" />
        </mxCell>
        <mxCell id="_xZ0bWRyeWFBwizhGVfw-154" parent="1" style="rounded=0;whiteSpace=wrap;html=1;" value="start_step" vertex="1">
          <mxGeometry height="60" width="120" x="-295.5" y="3051" as="geometry" />
        </mxCell>
        <mxCell id="_xZ0bWRyeWFBwizhGVfw-170" edge="1" parent="1" source="_xZ0bWRyeWFBwizhGVfw-155" style="edgeStyle=orthogonalEdgeStyle;rounded=0;orthogonalLoop=1;jettySize=auto;html=1;" target="_xZ0bWRyeWFBwizhGVfw-169" value="">
          <mxGeometry relative="1" as="geometry" />
        </mxCell>
        <mxCell id="_xZ0bWRyeWFBwizhGVfw-155" parent="1" style="rounded=0;whiteSpace=wrap;html=1;" value="collect_step" vertex="1">
          <mxGeometry height="60" width="120" x="-138" y="3051" as="geometry" />
        </mxCell>
        <mxCell id="_xZ0bWRyeWFBwizhGVfw-167" edge="1" parent="1" source="_xZ0bWRyeWFBwizhGVfw-156" style="edgeStyle=orthogonalEdgeStyle;rounded=0;orthogonalLoop=1;jettySize=auto;html=1;" target="_xZ0bWRyeWFBwizhGVfw-166" value="">
          <mxGeometry relative="1" as="geometry" />
        </mxCell>
        <mxCell id="_xZ0bWRyeWFBwizhGVfw-156" parent="1" style="rounded=0;whiteSpace=wrap;html=1;" value="action_step" vertex="1">
          <mxGeometry height="60" width="120" x="20" y="3051" as="geometry" />
        </mxCell>
        <mxCell id="_xZ0bWRyeWFBwizhGVfw-202" edge="1" parent="1" source="_xZ0bWRyeWFBwizhGVfw-157" style="edgeStyle=orthogonalEdgeStyle;rounded=0;orthogonalLoop=1;jettySize=auto;html=1;" target="_xZ0bWRyeWFBwizhGVfw-201" value="">
          <mxGeometry relative="1" as="geometry" />
        </mxCell>
        <mxCell id="_xZ0bWRyeWFBwizhGVfw-157" parent="1" style="rounded=0;whiteSpace=wrap;html=1;" value="end_step" vertex="1">
          <mxGeometry height="60" width="120" x="180" y="3051" as="geometry" />
        </mxCell>
        <mxCell id="_xZ0bWRyeWFBwizhGVfw-165" edge="1" parent="1" source="_xZ0bWRyeWFBwizhGVfw-158" style="edgeStyle=orthogonalEdgeStyle;rounded=0;orthogonalLoop=1;jettySize=auto;html=1;exitX=0;exitY=0.5;exitDx=0;exitDy=0;entryX=0;entryY=0.5;entryDx=0;entryDy=0;strokeWidth=2;strokeColor=#CC0000;" target="_xZ0bWRyeWFBwizhGVfw-151">
          <mxGeometry relative="1" as="geometry" />
        </mxCell>
        <mxCell id="_xZ0bWRyeWFBwizhGVfw-158" parent="1" style="rounded=0;whiteSpace=wrap;html=1;" value="直接更新 step_id 为 next 的 step_id&lt;div&gt;action_call 为 &lt;u&gt;&lt;i&gt;&lt;b&gt;None&lt;/b&gt;&lt;/i&gt;&lt;/u&gt;&lt;/div&gt;" vertex="1">
          <mxGeometry height="60" width="120" x="-295.5" y="3150" as="geometry" />
        </mxCell>
        <mxCell id="_xZ0bWRyeWFBwizhGVfw-192" edge="1" parent="1" source="_xZ0bWRyeWFBwizhGVfw-166" style="edgeStyle=orthogonalEdgeStyle;rounded=0;orthogonalLoop=1;jettySize=auto;html=1;exitX=0.5;exitY=1;exitDx=0;exitDy=0;entryX=0.5;entryY=0;entryDx=0;entryDy=0;" target="_xZ0bWRyeWFBwizhGVfw-191">
          <mxGeometry relative="1" as="geometry" />
        </mxCell>
        <mxCell id="_xZ0bWRyeWFBwizhGVfw-166" parent="1" style="rounded=0;whiteSpace=wrap;html=1;fillColor=#f0a30a;fontColor=#000000;strokeColor=#BD7000;" value="根据 flow_step 生成 action_call&lt;div&gt;action_call 不为 None&lt;/div&gt;" vertex="1">
          <mxGeometry height="60" width="120" x="20" y="3150" as="geometry" />
        </mxCell>
        <mxCell id="_xZ0bWRyeWFBwizhGVfw-172" edge="1" parent="1" source="_xZ0bWRyeWFBwizhGVfw-169" style="edgeStyle=orthogonalEdgeStyle;rounded=0;orthogonalLoop=1;jettySize=auto;html=1;" target="_xZ0bWRyeWFBwizhGVfw-171" value="">
          <mxGeometry relative="1" as="geometry" />
        </mxCell>
        <mxCell id="_xZ0bWRyeWFBwizhGVfw-173" connectable="0" parent="_xZ0bWRyeWFBwizhGVfw-172" style="edgeLabel;html=1;align=center;verticalAlign=middle;resizable=0;points=[];" value="有值" vertex="1">
          <mxGeometry relative="1" x="-0.426" as="geometry">
            <mxPoint as="offset" />
          </mxGeometry>
        </mxCell>
        <mxCell id="_xZ0bWRyeWFBwizhGVfw-175" edge="1" parent="1" source="_xZ0bWRyeWFBwizhGVfw-169" style="edgeStyle=orthogonalEdgeStyle;rounded=0;orthogonalLoop=1;jettySize=auto;html=1;exitX=1;exitY=0.5;exitDx=0;exitDy=0;entryX=0.5;entryY=0;entryDx=0;entryDy=0;" target="_xZ0bWRyeWFBwizhGVfw-174">
          <mxGeometry relative="1" as="geometry">
            <Array as="points">
              <mxPoint x="-10" y="3180" />
            </Array>
          </mxGeometry>
        </mxCell>
        <mxCell id="_xZ0bWRyeWFBwizhGVfw-176" connectable="0" parent="_xZ0bWRyeWFBwizhGVfw-175" style="edgeLabel;html=1;align=center;verticalAlign=middle;resizable=0;points=[];" value="无值" vertex="1">
          <mxGeometry relative="1" x="0.2741" y="1" as="geometry">
            <mxPoint x="-1" y="-15" as="offset" />
          </mxGeometry>
        </mxCell>
        <mxCell id="_xZ0bWRyeWFBwizhGVfw-169" parent="1" style="rhombus;whiteSpace=wrap;html=1;" value="current_task 的 slots 已经有值" vertex="1">
          <mxGeometry height="80" width="122" x="-139" y="3140" as="geometry" />
        </mxCell>
        <mxCell id="_xZ0bWRyeWFBwizhGVfw-177" edge="1" parent="1" source="_xZ0bWRyeWFBwizhGVfw-171" style="edgeStyle=orthogonalEdgeStyle;rounded=0;orthogonalLoop=1;jettySize=auto;html=1;exitX=0;exitY=0.5;exitDx=0;exitDy=0;entryX=0;entryY=0.25;entryDx=0;entryDy=0;jumpStyle=arc;strokeColor=#CC0000;strokeWidth=2;" target="_xZ0bWRyeWFBwizhGVfw-151">
          <mxGeometry relative="1" as="geometry">
            <Array as="points">
              <mxPoint x="-370" y="3300" />
              <mxPoint x="-370" y="2685" />
            </Array>
          </mxGeometry>
        </mxCell>
        <mxCell id="_xZ0bWRyeWFBwizhGVfw-171" parent="1" style="rounded=0;whiteSpace=wrap;html=1;" value="更新 step_id 为 next 的 step_id&lt;div&gt;action_call 为 &lt;b&gt;&lt;i&gt;&lt;u&gt;None&lt;/u&gt;&lt;/i&gt;&lt;/b&gt;&lt;/div&gt;" vertex="1">
          <mxGeometry height="60" width="120" x="-255" y="3270" as="geometry" />
        </mxCell>
        <mxCell id="_xZ0bWRyeWFBwizhGVfw-181" edge="1" parent="1" source="_xZ0bWRyeWFBwizhGVfw-174" style="edgeStyle=orthogonalEdgeStyle;rounded=0;orthogonalLoop=1;jettySize=auto;html=1;" target="_xZ0bWRyeWFBwizhGVfw-180" value="">
          <mxGeometry relative="1" as="geometry" />
        </mxCell>
        <mxCell id="_xZ0bWRyeWFBwizhGVfw-174" parent="1" style="rounded=0;whiteSpace=wrap;html=1;fillColor=#f0a30a;fontColor=#000000;strokeColor=#BD7000;" value="启动 SystemCollectionContext" vertex="1">
          <mxGeometry height="60" width="150" x="-85" y="3270" as="geometry" />
        </mxCell>
        <mxCell id="_xZ0bWRyeWFBwizhGVfw-217" edge="1" parent="1" source="_xZ0bWRyeWFBwizhGVfw-180" style="edgeStyle=orthogonalEdgeStyle;rounded=0;orthogonalLoop=1;jettySize=auto;html=1;exitX=0;exitY=0.5;exitDx=0;exitDy=0;entryX=0;entryY=0.75;entryDx=0;entryDy=0;jumpStyle=arc;strokeColor=#CC0000;strokeWidth=2;" target="_xZ0bWRyeWFBwizhGVfw-151">
          <mxGeometry relative="1" as="geometry">
            <Array as="points">
              <mxPoint x="-420" y="3380" />
              <mxPoint x="-420" y="2715" />
            </Array>
          </mxGeometry>
        </mxCell>
        <mxCell id="_xZ0bWRyeWFBwizhGVfw-180" parent="1" style="whiteSpace=wrap;html=1;rounded=0;" value="action_call 为 &lt;u&gt;&lt;i&gt;&lt;b&gt;None&lt;/b&gt;&lt;/i&gt;&lt;/u&gt;" vertex="1">
          <mxGeometry height="40" width="120" x="-70" y="3360" as="geometry" />
        </mxCell>
        <mxCell id="_xZ0bWRyeWFBwizhGVfw-189" edge="1" parent="1" source="_xZ0bWRyeWFBwizhGVfw-187" style="edgeStyle=orthogonalEdgeStyle;rounded=0;orthogonalLoop=1;jettySize=auto;html=1;exitX=1;exitY=0.5;exitDx=0;exitDy=0;entryX=0.5;entryY=0;entryDx=0;entryDy=0;" target="_xZ0bWRyeWFBwizhGVfw-194" value="">
          <mxGeometry relative="1" as="geometry">
            <mxPoint x="295" y="3560" as="targetPoint" />
          </mxGeometry>
        </mxCell>
        <mxCell id="_xZ0bWRyeWFBwizhGVfw-190" connectable="0" parent="_xZ0bWRyeWFBwizhGVfw-189" style="edgeLabel;html=1;align=center;verticalAlign=middle;resizable=0;points=[];" value="No" vertex="1">
          <mxGeometry relative="1" x="0.1255" y="1" as="geometry">
            <mxPoint as="offset" />
          </mxGeometry>
        </mxCell>
        <mxCell id="_xZ0bWRyeWFBwizhGVfw-213" edge="1" parent="1" source="_xZ0bWRyeWFBwizhGVfw-187" style="edgeStyle=orthogonalEdgeStyle;rounded=0;orthogonalLoop=1;jettySize=auto;html=1;" target="_xZ0bWRyeWFBwizhGVfw-212" value="">
          <mxGeometry relative="1" as="geometry" />
+         </mxCell>
+         <mxCell id="_xZ0bWRyeWFBwizhGVfw-274" connectable="0" parent="_xZ0bWRyeWFBwizhGVfw-213" style="edgeLabel;html=1;align=center;verticalAlign=middle;resizable=0;points=[];" value="yes" vertex="1">
+           <mxGeometry relative="1" x="-0.2114" as="geometry">
+             <mxPoint as="offset" />
+           </mxGeometry>
        </mxCell>
        <mxCell id="_xZ0bWRyeWFBwizhGVfw-187" parent="1" style="rhombus;whiteSpace=wrap;html=1;" value="action_call.name == &quot;&lt;b&gt;&lt;u&gt;&lt;i&gt;action_listen&lt;/i&gt;&lt;/u&gt;&lt;/b&gt;&quot;" vertex="1">
          <mxGeometry height="80" width="225" x="32.5" y="3430" as="geometry" />
        </mxCell>
        <mxCell id="_xZ0bWRyeWFBwizhGVfw-193" edge="1" parent="1" source="_xZ0bWRyeWFBwizhGVfw-191" style="edgeStyle=orthogonalEdgeStyle;rounded=0;orthogonalLoop=1;jettySize=auto;html=1;" target="_xZ0bWRyeWFBwizhGVfw-187" value="">
          <mxGeometry relative="1" as="geometry" />
        </mxCell>
        <mxCell id="_xZ0bWRyeWFBwizhGVfw-191" parent="1" style="rounded=0;whiteSpace=wrap;html=1;fillColor=#1ba1e2;fontColor=#ffffff;strokeColor=#006EAF;" value="跳出内层循环" vertex="1">
          <mxGeometry height="40" width="120" x="85" y="3360" as="geometry" />
        </mxCell>
        <mxCell id="_xZ0bWRyeWFBwizhGVfw-197" edge="1" parent="1" source="_xZ0bWRyeWFBwizhGVfw-194" style="edgeStyle=orthogonalEdgeStyle;rounded=0;orthogonalLoop=1;jettySize=auto;html=1;" target="_xZ0bWRyeWFBwizhGVfw-196" value="">
          <mxGeometry relative="1" as="geometry" />
        </mxCell>
        <mxCell id="_xZ0bWRyeWFBwizhGVfw-194" parent="1" style="rounded=0;whiteSpace=wrap;html=1;" value="调用 action_runner 执行 action_call" vertex="1">
          <mxGeometry height="60" width="120" x="235" y="3560" as="geometry" />
        </mxCell>
        <mxCell id="_xZ0bWRyeWFBwizhGVfw-199" edge="1" parent="1" source="_xZ0bWRyeWFBwizhGVfw-196" style="edgeStyle=orthogonalEdgeStyle;rounded=0;orthogonalLoop=1;jettySize=auto;html=1;" target="_xZ0bWRyeWFBwizhGVfw-198" value="">
          <mxGeometry relative="1" as="geometry" />
        </mxCell>
        <mxCell id="_xZ0bWRyeWFBwizhGVfw-196" parent="1" style="rounded=0;whiteSpace=wrap;html=1;" value="拿到 action_result&amp;nbsp;&lt;br&gt;messages&lt;br&gt;update_slots" vertex="1">
          <mxGeometry height="60" width="120" x="235" y="3640" as="geometry" />
        </mxCell>
        <mxCell id="_xZ0bWRyeWFBwizhGVfw-214" edge="1" parent="1" source="_xZ0bWRyeWFBwizhGVfw-198" style="edgeStyle=orthogonalEdgeStyle;rounded=0;orthogonalLoop=1;jettySize=auto;html=1;exitX=1;exitY=0.5;exitDx=0;exitDy=0;entryX=1;entryY=0.5;entryDx=0;entryDy=0;strokeColor=#CC0000;strokeWidth=2;" target="_xZ0bWRyeWFBwizhGVfw-151">
          <mxGeometry relative="1" as="geometry" />
        </mxCell>
        <mxCell id="_xZ0bWRyeWFBwizhGVfw-198" parent="1" style="rounded=0;whiteSpace=wrap;html=1;" value="更新 active_task.slots&lt;div&gt;更新 final_messages&lt;/div&gt;" vertex="1">
          <mxGeometry height="60" width="120" x="235" y="3730" as="geometry" />
        </mxCell>
        <mxCell id="_xZ0bWRyeWFBwizhGVfw-204" edge="1" parent="1" source="_xZ0bWRyeWFBwizhGVfw-201" style="edgeStyle=orthogonalEdgeStyle;rounded=0;orthogonalLoop=1;jettySize=auto;html=1;" target="_xZ0bWRyeWFBwizhGVfw-203" value="">
          <mxGeometry relative="1" as="geometry" />
        </mxCell>
        <mxCell id="_xZ0bWRyeWFBwizhGVfw-201" parent="1" style="rounded=0;whiteSpace=wrap;html=1;" value="清空 action_task or action_system_task" vertex="1">
          <mxGeometry height="60" width="120" x="180" y="3150" as="geometry" />
        </mxCell>
        <mxCell id="_xZ0bWRyeWFBwizhGVfw-210" edge="1" parent="1" source="_xZ0bWRyeWFBwizhGVfw-203" style="edgeStyle=orthogonalEdgeStyle;rounded=0;orthogonalLoop=1;jettySize=auto;html=1;" target="_xZ0bWRyeWFBwizhGVfw-191" value="">
          <mxGeometry relative="1" as="geometry" />
        </mxCell>
        <mxCell id="_xZ0bWRyeWFBwizhGVfw-203" parent="1" style="rounded=0;whiteSpace=wrap;html=1;" value="action_call 为 &lt;b&gt;&lt;i&gt;&lt;u&gt;action_listen&lt;/u&gt;&lt;/i&gt;&lt;/b&gt;" vertex="1">
          <mxGeometry height="60" width="120" x="180" y="3240" as="geometry" />
        </mxCell>
        <mxCell id="_xZ0bWRyeWFBwizhGVfw-219" edge="1" parent="1" source="_xZ0bWRyeWFBwizhGVfw-212" style="edgeStyle=orthogonalEdgeStyle;rounded=0;orthogonalLoop=1;jettySize=auto;html=1;" target="_xZ0bWRyeWFBwizhGVfw-218" value="">
          <mxGeometry relative="1" as="geometry" />
        </mxCell>
        <mxCell id="_xZ0bWRyeWFBwizhGVfw-212" parent="1" style="rounded=0;whiteSpace=wrap;html=1;fillColor=#1ba1e2;fontColor=#ffffff;strokeColor=#006EAF;" value="跳出外层循环" vertex="1">
          <mxGeometry height="60" width="120" x="85" y="3560" as="geometry" />
        </mxCell>
        <mxCell id="_xZ0bWRyeWFBwizhGVfw-220" edge="1" parent="1" source="_xZ0bWRyeWFBwizhGVfw-218" style="edgeStyle=orthogonalEdgeStyle;rounded=0;orthogonalLoop=1;jettySize=auto;html=1;exitX=0.5;exitY=1;exitDx=0;exitDy=0;strokeColor=#3399FF;strokeWidth=2;">
          <mxGeometry relative="1" as="geometry">
            <mxPoint x="520" y="2130" as="targetPoint" />
          </mxGeometry>
        </mxCell>
        <mxCell id="_xZ0bWRyeWFBwizhGVfw-218" parent="1" style="rounded=0;whiteSpace=wrap;html=1;" value="返回本轮的 list[BotMessage]" vertex="1">
          <mxGeometry height="60" width="120" x="85" y="3730" as="geometry" />
        </mxCell>
        <mxCell id="_xZ0bWRyeWFBwizhGVfw-235" edge="1" parent="1" source="_xZ0bWRyeWFBwizhGVfw-221" style="edgeStyle=orthogonalEdgeStyle;rounded=0;orthogonalLoop=1;jettySize=auto;html=1;" target="_xZ0bWRyeWFBwizhGVfw-234" value="">
          <mxGeometry relative="1" as="geometry" />
        </mxCell>
        <mxCell id="_xZ0bWRyeWFBwizhGVfw-221" parent="1" style="rounded=0;whiteSpace=wrap;html=1;" value="根据卡片 object 手动创建 command" vertex="1">
          <mxGeometry height="60" width="120" x="320" y="970" as="geometry" />
        </mxCell>
        <mxCell id="_xZ0bWRyeWFBwizhGVfw-226" edge="1" parent="1" source="_xZ0bWRyeWFBwizhGVfw-223" style="edgeStyle=orthogonalEdgeStyle;rounded=0;orthogonalLoop=1;jettySize=auto;html=1;" target="_xZ0bWRyeWFBwizhGVfw-225" value="">
          <mxGeometry relative="1" as="geometry" />
        </mxCell>
        <mxCell id="_xZ0bWRyeWFBwizhGVfw-223" parent="1" style="rounded=0;whiteSpace=wrap;html=1;" value="将 list[BotMessage] 加入到 pending_turn.bot_messages" vertex="1">
          <mxGeometry height="60" width="200" x="590" y="2066" as="geometry" />
        </mxCell>
        <mxCell id="_xZ0bWRyeWFBwizhGVfw-228" edge="1" parent="1" source="_xZ0bWRyeWFBwizhGVfw-225" style="edgeStyle=orthogonalEdgeStyle;rounded=0;orthogonalLoop=1;jettySize=auto;html=1;" target="_xZ0bWRyeWFBwizhGVfw-227" value="">
          <mxGeometry relative="1" as="geometry" />
        </mxCell>
        <mxCell id="_xZ0bWRyeWFBwizhGVfw-225" parent="1" style="rounded=0;whiteSpace=wrap;html=1;" value="commit_turn&lt;br&gt;将 pending_turn 加入到 session.turns 中 并 清空 pending_turn" vertex="1">
          <mxGeometry height="60" width="180" x="827" y="2066" as="geometry" />
        </mxCell>
        <mxCell id="_xZ0bWRyeWFBwizhGVfw-229" edge="1" parent="1" source="_xZ0bWRyeWFBwizhGVfw-227" style="edgeStyle=orthogonalEdgeStyle;rounded=0;orthogonalLoop=1;jettySize=auto;html=1;" target="_xZ0bWRyeWFBwizhGVfw-123" value="">
          <mxGeometry relative="1" as="geometry" />
        </mxCell>
        <mxCell id="_xZ0bWRyeWFBwizhGVfw-227" parent="1" style="rounded=0;whiteSpace=wrap;html=1;" value="返回 process_message" vertex="1">
          <mxGeometry height="60" width="120" x="1040" y="2066" as="geometry" />
        </mxCell>
        <mxCell id="_xZ0bWRyeWFBwizhGVfw-232" edge="1" parent="1" source="_xZ0bWRyeWFBwizhGVfw-230" style="edgeStyle=orthogonalEdgeStyle;rounded=0;orthogonalLoop=1;jettySize=auto;html=1;exitX=1;exitY=0.5;exitDx=0;exitDy=0;" target="_xZ0bWRyeWFBwizhGVfw-139">
          <mxGeometry relative="1" as="geometry" />
        </mxCell>
        <mxCell id="_xZ0bWRyeWFBwizhGVfw-230" parent="1" style="rounded=0;whiteSpace=wrap;html=1;" value="调用build_chat_response&lt;br&gt;将 process_message 转化为 接口模型" vertex="1">
          <mxGeometry height="60" width="120" x="1420" y="2066" as="geometry" />
        </mxCell>
        <mxCell id="_xZ0bWRyeWFBwizhGVfw-244" edge="1" parent="1" source="_xZ0bWRyeWFBwizhGVfw-234" style="edgeStyle=orthogonalEdgeStyle;rounded=0;orthogonalLoop=1;jettySize=auto;html=1;" target="_xZ0bWRyeWFBwizhGVfw-243" value="">
          <mxGeometry relative="1" as="geometry" />
        </mxCell>
        <mxCell id="_xZ0bWRyeWFBwizhGVfw-246" edge="1" parent="1" source="_xZ0bWRyeWFBwizhGVfw-234" style="edgeStyle=orthogonalEdgeStyle;rounded=0;orthogonalLoop=1;jettySize=auto;html=1;" target="_xZ0bWRyeWFBwizhGVfw-245" value="">
          <mxGeometry relative="1" as="geometry" />
        </mxCell>
        <mxCell id="_xZ0bWRyeWFBwizhGVfw-247" connectable="0" parent="_xZ0bWRyeWFBwizhGVfw-246" style="edgeLabel;html=1;align=center;verticalAlign=middle;resizable=0;points=[];" value="order" vertex="1">
          <mxGeometry relative="1" x="0.34" y="-4" as="geometry">
            <mxPoint as="offset" />
          </mxGeometry>
        </mxCell>
        <mxCell id="_xZ0bWRyeWFBwizhGVfw-234" parent="1" style="rhombus;whiteSpace=wrap;html=1;" value="order or product" vertex="1">
          <mxGeometry height="80" width="80" x="340" y="1050" as="geometry" />
        </mxCell>
        <mxCell id="_xZ0bWRyeWFBwizhGVfw-265" edge="1" parent="1" source="_xZ0bWRyeWFBwizhGVfw-236" style="edgeStyle=orthogonalEdgeStyle;rounded=0;orthogonalLoop=1;jettySize=auto;html=1;exitX=1;exitY=0.5;exitDx=0;exitDy=0;entryX=0.5;entryY=0;entryDx=0;entryDy=0;" target="_xZ0bWRyeWFBwizhGVfw-252">
          <mxGeometry relative="1" as="geometry" />
        </mxCell>
        <mxCell id="_xZ0bWRyeWFBwizhGVfw-236" parent="1" style="rounded=0;whiteSpace=wrap;html=1;" value="生成 SetSlotsCommand 并且 slots 为 order_number: object.id" vertex="1">
          <mxGeometry height="41" width="220" x="270" y="1269" as="geometry" />
        </mxCell>
        <mxCell id="_xZ0bWRyeWFBwizhGVfw-263" edge="1" parent="1" source="_xZ0bWRyeWFBwizhGVfw-240" style="edgeStyle=orthogonalEdgeStyle;rounded=0;orthogonalLoop=1;jettySize=auto;html=1;exitX=0.5;exitY=1;exitDx=0;exitDy=0;entryX=0.5;entryY=0;entryDx=0;entryDy=0;" target="_xZ0bWRyeWFBwizhGVfw-252">
          <mxGeometry relative="1" as="geometry" />
        </mxCell>
        <mxCell id="_xZ0bWRyeWFBwizhGVfw-240" parent="1" style="rounded=0;whiteSpace=wrap;html=1;" value="生成 SetSlotsCommand 并且 slots 为 product_id: object.id" vertex="1">
          <mxGeometry height="41" width="220" x="710" y="1069.5" as="geometry" />
        </mxCell>
        <mxCell id="_xZ0bWRyeWFBwizhGVfw-249" edge="1" parent="1" source="_xZ0bWRyeWFBwizhGVfw-243" style="edgeStyle=orthogonalEdgeStyle;rounded=0;orthogonalLoop=1;jettySize=auto;html=1;" target="_xZ0bWRyeWFBwizhGVfw-240" value="">
          <mxGeometry relative="1" as="geometry" />
        </mxCell>
        <mxCell id="_xZ0bWRyeWFBwizhGVfw-250" connectable="0" parent="_xZ0bWRyeWFBwizhGVfw-249" style="edgeLabel;html=1;align=center;verticalAlign=middle;resizable=0;points=[];" value="无值" vertex="1">
          <mxGeometry relative="1" x="-0.4098" y="1" as="geometry">
            <mxPoint y="1" as="offset" />
          </mxGeometry>
        </mxCell>
        <mxCell id="_xZ0bWRyeWFBwizhGVfw-257" edge="1" parent="1" source="_xZ0bWRyeWFBwizhGVfw-243" style="edgeStyle=orthogonalEdgeStyle;rounded=0;orthogonalLoop=1;jettySize=auto;html=1;" target="_xZ0bWRyeWFBwizhGVfw-255" value="">
          <mxGeometry relative="1" as="geometry" />
        </mxCell>
        <mxCell id="_xZ0bWRyeWFBwizhGVfw-258" connectable="0" parent="_xZ0bWRyeWFBwizhGVfw-257" style="edgeLabel;html=1;align=center;verticalAlign=middle;resizable=0;points=[];" value="有值" vertex="1">
          <mxGeometry relative="1" x="-0.3913" as="geometry">
            <mxPoint as="offset" />
          </mxGeometry>
        </mxCell>
        <mxCell id="_xZ0bWRyeWFBwizhGVfw-243" parent="1" style="rhombus;whiteSpace=wrap;html=1;" value="active_task.slots 是否有值" vertex="1">
          <mxGeometry height="80" width="160" x="490" y="1050" as="geometry" />
        </mxCell>
        <mxCell id="_xZ0bWRyeWFBwizhGVfw-248" edge="1" parent="1" source="_xZ0bWRyeWFBwizhGVfw-245" style="edgeStyle=orthogonalEdgeStyle;rounded=0;orthogonalLoop=1;jettySize=auto;html=1;" target="_xZ0bWRyeWFBwizhGVfw-236" value="">
          <mxGeometry relative="1" as="geometry" />
        </mxCell>
        <mxCell id="_xZ0bWRyeWFBwizhGVfw-251" connectable="0" parent="_xZ0bWRyeWFBwizhGVfw-248" style="edgeLabel;html=1;align=center;verticalAlign=middle;resizable=0;points=[];" value="无值" vertex="1">
          <mxGeometry relative="1" x="0.3529" as="geometry">
            <mxPoint y="1" as="offset" />
          </mxGeometry>
        </mxCell>
        <mxCell id="_xZ0bWRyeWFBwizhGVfw-245" parent="1" style="rhombus;whiteSpace=wrap;html=1;" value="active_task.slots 是否有值" vertex="1">
          <mxGeometry height="80" width="160" x="300" y="1160" as="geometry" />
        </mxCell>
        <mxCell id="_xZ0bWRyeWFBwizhGVfw-266" edge="1" parent="1" source="_xZ0bWRyeWFBwizhGVfw-252" style="edgeStyle=orthogonalEdgeStyle;rounded=0;orthogonalLoop=1;jettySize=auto;html=1;exitX=0.5;exitY=1;exitDx=0;exitDy=0;entryX=1;entryY=0.5;entryDx=0;entryDy=0;" target="_xZ0bWRyeWFBwizhGVfw-75">
          <mxGeometry relative="1" as="geometry" />
        </mxCell>
        <mxCell id="_xZ0bWRyeWFBwizhGVfw-267" connectable="0" parent="_xZ0bWRyeWFBwizhGVfw-266" style="edgeLabel;html=1;align=center;verticalAlign=middle;resizable=0;points=[];" value="没有 active_task" vertex="1">
          <mxGeometry relative="1" x="-0.9233" y="-3" as="geometry">
            <mxPoint as="offset" />
          </mxGeometry>
        </mxCell>
        <mxCell id="_xZ0bWRyeWFBwizhGVfw-272" edge="1" parent="1" source="_xZ0bWRyeWFBwizhGVfw-252" style="edgeStyle=orthogonalEdgeStyle;rounded=0;orthogonalLoop=1;jettySize=auto;html=1;exitX=0;exitY=0.5;exitDx=0;exitDy=0;entryX=0;entryY=0.5;entryDx=0;entryDy=0;jumpStyle=arc;" target="_xZ0bWRyeWFBwizhGVfw-81">
          <mxGeometry relative="1" as="geometry">
            <Array as="points">
              <mxPoint x="780" y="1380" />
              <mxPoint x="-90" y="1380" />
              <mxPoint x="-90" y="1920" />
            </Array>
          </mxGeometry>
        </mxCell>
        <mxCell id="_xZ0bWRyeWFBwizhGVfw-273" connectable="0" parent="_xZ0bWRyeWFBwizhGVfw-272" style="edgeLabel;html=1;align=center;verticalAlign=middle;resizable=0;points=[];" value="有active_task&lt;br&gt;command 可能为&lt;u&gt; &lt;b&gt;&lt;i&gt;[SetSlotsCommand] or []&lt;/i&gt;&lt;/b&gt;&lt;/u&gt;" vertex="1">
          <mxGeometry relative="1" x="-0.7538" y="-4" as="geometry">
            <mxPoint as="offset" />
          </mxGeometry>
        </mxCell>
        <mxCell id="_xZ0bWRyeWFBwizhGVfw-252" parent="1" style="rhombus;whiteSpace=wrap;html=1;" value="是否 存在active_task" vertex="1">
          <mxGeometry height="80" width="80" x="780" y="1340" as="geometry" />
        </mxCell>
        <mxCell id="_xZ0bWRyeWFBwizhGVfw-264" edge="1" parent="1" source="_xZ0bWRyeWFBwizhGVfw-255" style="edgeStyle=orthogonalEdgeStyle;rounded=0;orthogonalLoop=1;jettySize=auto;html=1;exitX=1;exitY=0.5;exitDx=0;exitDy=0;entryX=0.5;entryY=0;entryDx=0;entryDy=0;" target="_xZ0bWRyeWFBwizhGVfw-252">
          <mxGeometry relative="1" as="geometry" />
        </mxCell>
        <mxCell id="_xZ0bWRyeWFBwizhGVfw-255" parent="1" style="rounded=0;whiteSpace=wrap;html=1;" value="command 为 []" vertex="1">
          <mxGeometry height="60" width="120" x="510" y="1176" as="geometry" />
        </mxCell>
        <mxCell id="_xZ0bWRyeWFBwizhGVfw-256" edge="1" parent="1" source="_xZ0bWRyeWFBwizhGVfw-245" style="edgeStyle=orthogonalEdgeStyle;rounded=0;orthogonalLoop=1;jettySize=auto;html=1;exitX=1;exitY=0.5;exitDx=0;exitDy=0;entryX=0;entryY=0.4;entryDx=0;entryDy=0;entryPerimeter=0;" target="_xZ0bWRyeWFBwizhGVfw-255">
          <mxGeometry relative="1" as="geometry">
            <mxPoint x="490" y="1200" as="sourcePoint" />
          </mxGeometry>
        </mxCell>
        <mxCell id="_xZ0bWRyeWFBwizhGVfw-259" connectable="0" parent="_xZ0bWRyeWFBwizhGVfw-256" style="edgeLabel;html=1;align=center;verticalAlign=middle;resizable=0;points=[];" value="有值" vertex="1">
          <mxGeometry relative="1" x="-0.32" y="2" as="geometry">
            <mxPoint as="offset" />
          </mxGeometry>
        </mxCell>
      </root>
    </mxGraphModel>
  </diagram>
</mxfile>
